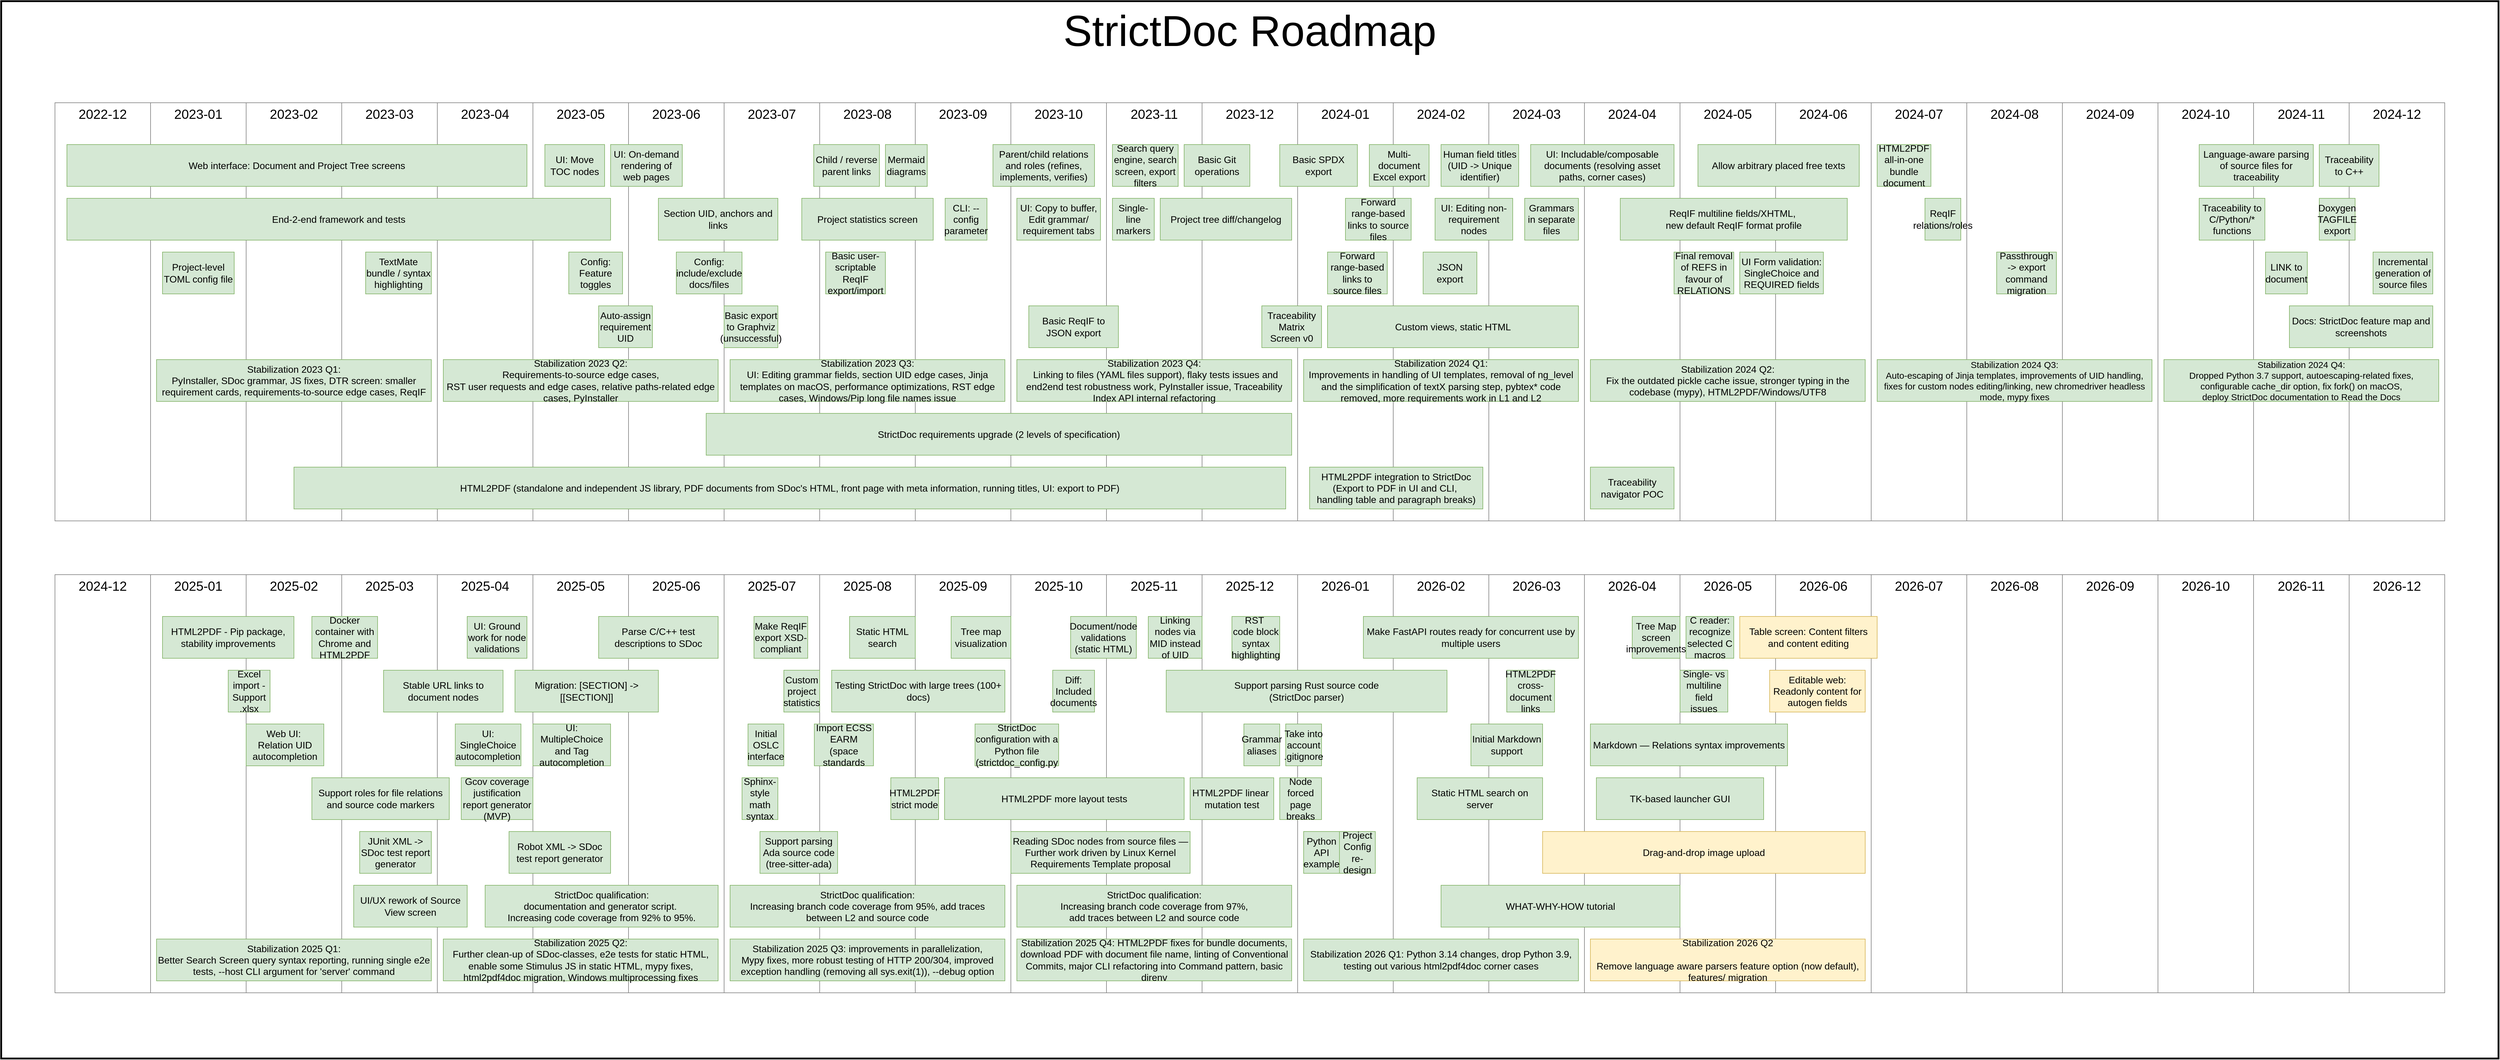
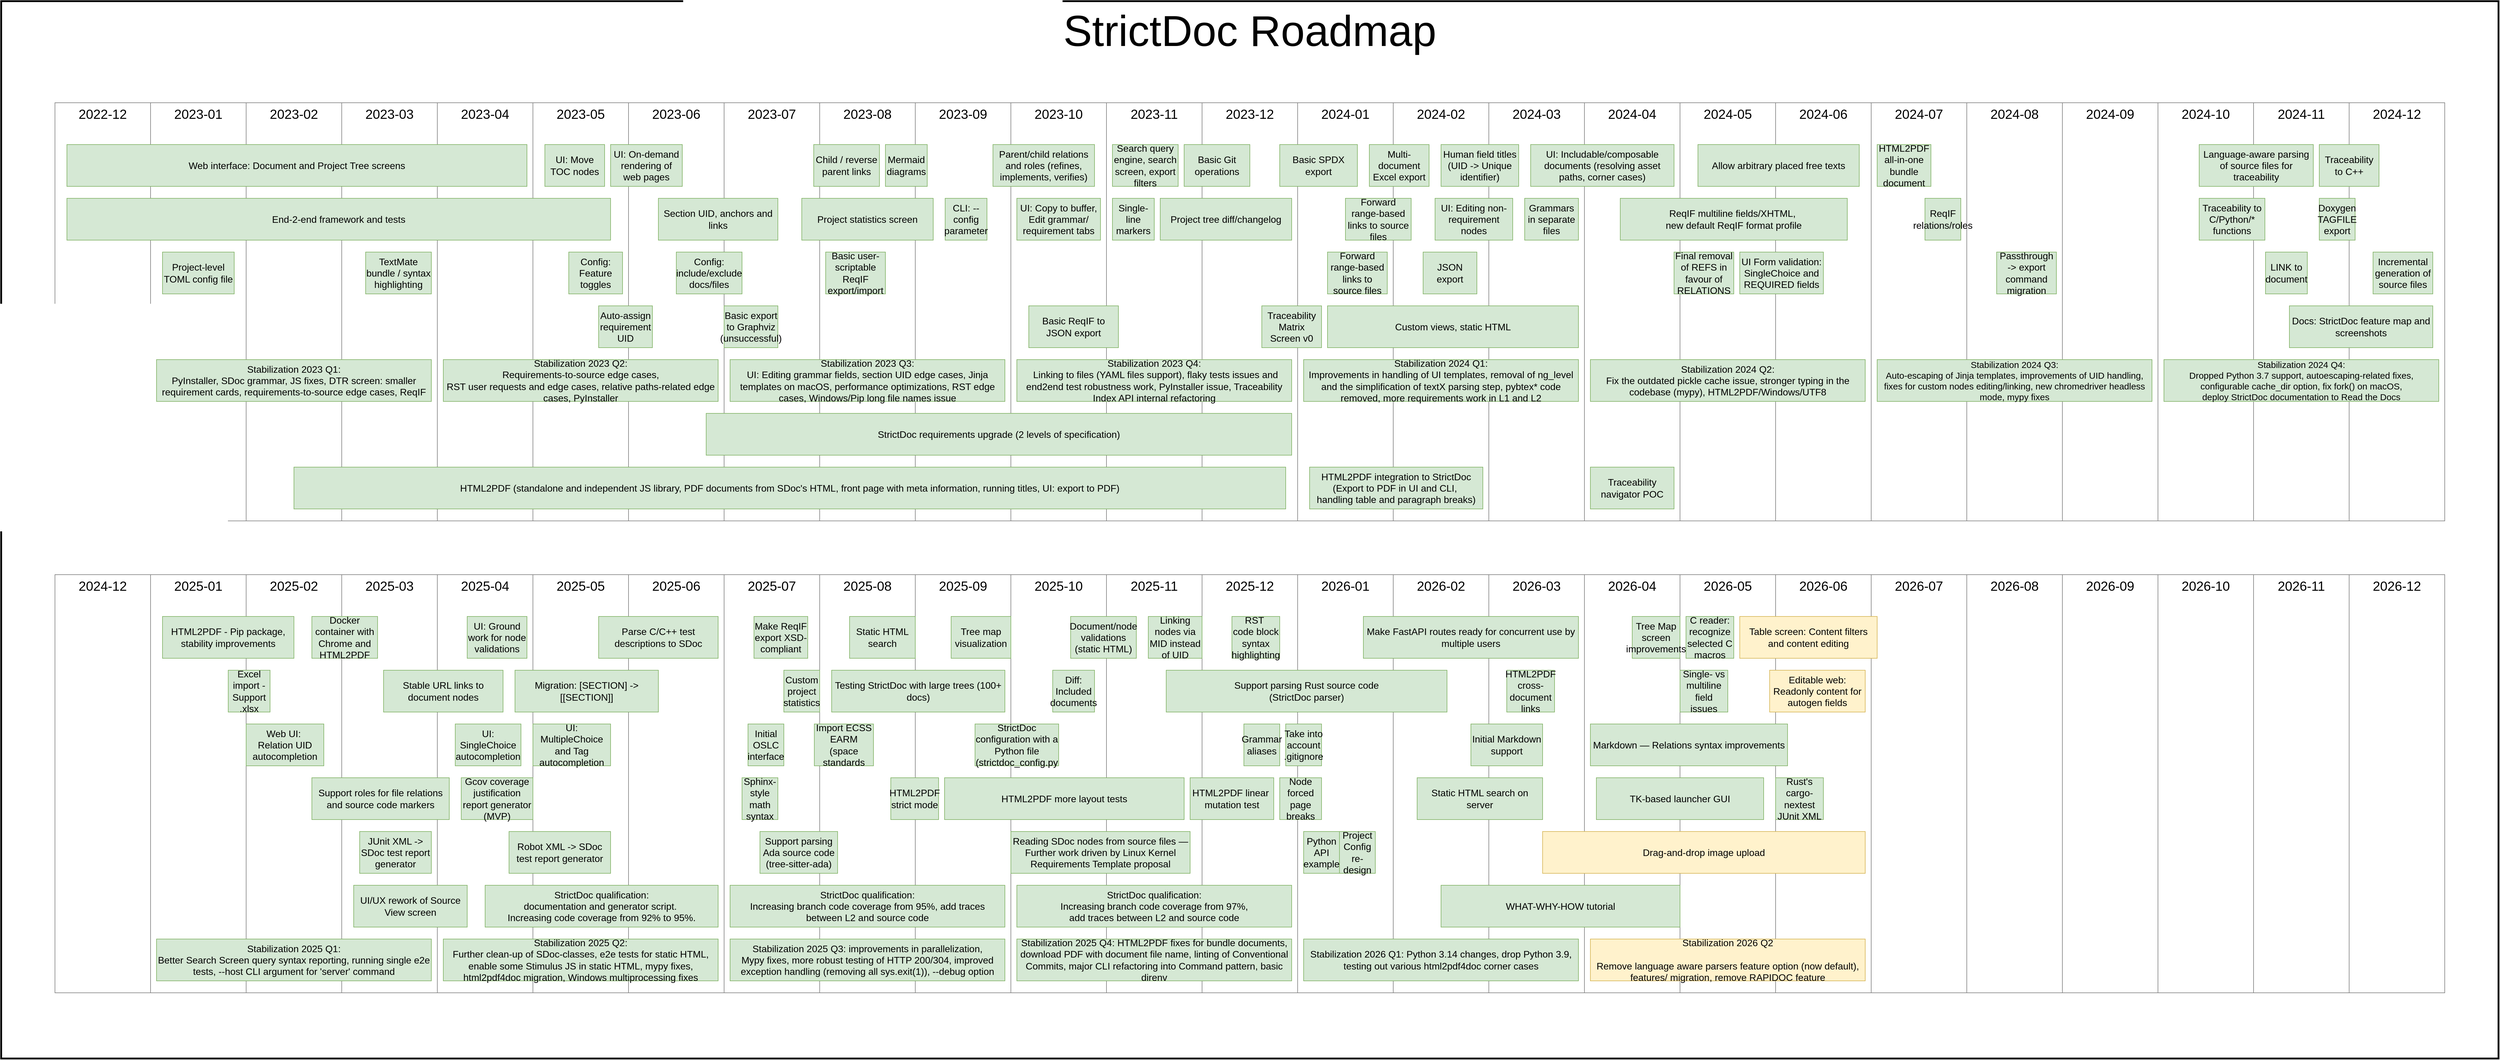
<mxfile host="Electron" agent="Mozilla/5.0 (X11; Linux x86_64) AppleWebKit/537.36 (KHTML, like Gecko) draw.io/28.2.5 Chrome/138.0.7204.251 Electron/37.6.1 Safari/537.36" version="28.2.5">
  <diagram name="Roadmap" id="QL4QDE5GQBR7DcBM7GMb">
-     <mxGraphModel dx="3219" dy="3873" grid="1" gridSize="10" guides="1" tooltips="1" connect="1" arrows="1" fold="1" page="1" pageScale="1" pageWidth="2339" pageHeight="3300" math="0" shadow="0">
+     <mxGraphModel dx="3850" dy="4237" grid="1" gridSize="10" guides="1" tooltips="1" connect="1" arrows="1" fold="1" page="1" pageScale="1" pageWidth="2339" pageHeight="3300" math="0" shadow="0">
      <root>
        <mxCell id="0" />
        <object label="Background" id="e4xbaoC47YMUbLc9hft--7">
          <mxCell style="" parent="0" />
        </object>
        <mxCell id="e4xbaoC47YMUbLc9hft--8" value="StrictDoc Roadmap" style="rounded=0;whiteSpace=wrap;html=1;verticalAlign=top;fontSize=72;strokeWidth=3;" parent="e4xbaoC47YMUbLc9hft--7" vertex="1">
          <mxGeometry x="-1450" y="-130" width="4180" height="1770" as="geometry" />
        </mxCell>
        <object label="Months" id="1">
          <mxCell style="locked=1;" parent="0" />
        </object>
        <mxCell id="5Hoejhb2v4ojji3GJ6aL-1" value="2023-09" style="rounded=0;whiteSpace=wrap;fontSize=22;verticalAlign=top;strokeColor=#808080;html=1;labelBorderColor=none;labelBackgroundColor=none;" parent="1" vertex="1">
          <mxGeometry x="80" y="40" width="160" height="700" as="geometry" />
        </mxCell>
        <mxCell id="5Hoejhb2v4ojji3GJ6aL-2" value="2023-10" style="rounded=0;whiteSpace=wrap;fontSize=22;verticalAlign=top;strokeColor=#808080;html=1;labelBorderColor=none;labelBackgroundColor=none;" parent="1" vertex="1">
          <mxGeometry x="240" y="40" width="160" height="700" as="geometry" />
        </mxCell>
        <mxCell id="5Hoejhb2v4ojji3GJ6aL-3" value="2023-11" style="rounded=0;whiteSpace=wrap;fontSize=22;verticalAlign=top;strokeColor=#808080;html=1;labelBorderColor=none;labelBackgroundColor=none;" parent="1" vertex="1">
          <mxGeometry x="400" y="40" width="160" height="700" as="geometry" />
        </mxCell>
        <mxCell id="5Hoejhb2v4ojji3GJ6aL-4" value="2023-12" style="rounded=0;whiteSpace=wrap;fontSize=22;verticalAlign=top;strokeColor=#808080;html=1;labelBorderColor=none;labelBackgroundColor=none;" parent="1" vertex="1">
          <mxGeometry x="560" y="40" width="160" height="700" as="geometry" />
        </mxCell>
        <mxCell id="5Hoejhb2v4ojji3GJ6aL-6" value="2023-08" style="rounded=0;whiteSpace=wrap;fontSize=22;verticalAlign=top;strokeColor=#808080;html=1;labelBorderColor=none;labelBackgroundColor=none;" parent="1" vertex="1">
          <mxGeometry x="-80" y="40" width="160" height="700" as="geometry" />
        </mxCell>
        <mxCell id="5Hoejhb2v4ojji3GJ6aL-7" value="2023-07" style="rounded=0;whiteSpace=wrap;fontSize=22;verticalAlign=top;strokeColor=#808080;html=1;labelBorderColor=none;labelBackgroundColor=none;" parent="1" vertex="1">
          <mxGeometry x="-240" y="40" width="160" height="700" as="geometry" />
        </mxCell>
        <mxCell id="5Hoejhb2v4ojji3GJ6aL-8" value="2023-06" style="rounded=0;whiteSpace=wrap;fontSize=22;verticalAlign=top;strokeColor=#808080;html=1;labelBorderColor=none;labelBackgroundColor=none;" parent="1" vertex="1">
          <mxGeometry x="-400" y="40" width="160" height="700" as="geometry" />
        </mxCell>
        <mxCell id="5Hoejhb2v4ojji3GJ6aL-9" value="2023-05" style="rounded=0;whiteSpace=wrap;fontSize=22;verticalAlign=top;strokeColor=#808080;html=1;labelBorderColor=none;labelBackgroundColor=none;" parent="1" vertex="1">
          <mxGeometry x="-560" y="40" width="160" height="700" as="geometry" />
        </mxCell>
        <mxCell id="5Hoejhb2v4ojji3GJ6aL-10" value="2023-04" style="rounded=0;whiteSpace=wrap;fontSize=22;verticalAlign=top;strokeColor=#808080;html=1;labelBorderColor=none;labelBackgroundColor=none;" parent="1" vertex="1">
          <mxGeometry x="-720" y="40" width="160" height="700" as="geometry" />
        </mxCell>
        <mxCell id="5Hoejhb2v4ojji3GJ6aL-11" value="2023-03" style="rounded=0;whiteSpace=wrap;fontSize=22;verticalAlign=top;strokeColor=#808080;html=1;labelBorderColor=none;labelBackgroundColor=none;" parent="1" vertex="1">
          <mxGeometry x="-880" y="40" width="160" height="700" as="geometry" />
        </mxCell>
        <mxCell id="5Hoejhb2v4ojji3GJ6aL-12" value="2023-02" style="rounded=0;whiteSpace=wrap;fontSize=22;verticalAlign=top;strokeColor=#808080;html=1;labelBorderColor=none;labelBackgroundColor=none;" parent="1" vertex="1">
          <mxGeometry x="-1040" y="40" width="160" height="700" as="geometry" />
        </mxCell>
        <mxCell id="5Hoejhb2v4ojji3GJ6aL-13" value="2023-01" style="rounded=0;whiteSpace=wrap;fontSize=22;verticalAlign=top;strokeColor=#808080;html=1;labelBorderColor=none;labelBackgroundColor=none;" parent="1" vertex="1">
          <mxGeometry x="-1200" y="40" width="160" height="700" as="geometry" />
        </mxCell>
        <mxCell id="5Hoejhb2v4ojji3GJ6aL-25" value="2024-01" style="rounded=0;whiteSpace=wrap;fontSize=22;verticalAlign=top;strokeColor=#808080;html=1;labelBorderColor=none;labelBackgroundColor=none;" parent="1" vertex="1">
          <mxGeometry x="720" y="40" width="160" height="700" as="geometry" />
        </mxCell>
        <mxCell id="5Hoejhb2v4ojji3GJ6aL-26" value="2024-02" style="rounded=0;whiteSpace=wrap;fontSize=22;verticalAlign=top;strokeColor=#808080;html=1;labelBorderColor=none;labelBackgroundColor=none;" parent="1" vertex="1">
          <mxGeometry x="880" y="40" width="160" height="700" as="geometry" />
        </mxCell>
        <mxCell id="5Hoejhb2v4ojji3GJ6aL-27" value="2024-03" style="rounded=0;whiteSpace=wrap;fontSize=22;verticalAlign=top;strokeColor=#808080;html=1;labelBorderColor=none;labelBackgroundColor=none;" parent="1" vertex="1">
          <mxGeometry x="1040" y="40" width="160" height="700" as="geometry" />
        </mxCell>
        <mxCell id="5Hoejhb2v4ojji3GJ6aL-30" value="2024-04" style="rounded=0;whiteSpace=wrap;fontSize=22;verticalAlign=top;strokeColor=#808080;html=1;labelBorderColor=none;labelBackgroundColor=none;" parent="1" vertex="1">
          <mxGeometry x="1200" y="40" width="160" height="700" as="geometry" />
        </mxCell>
        <mxCell id="5Hoejhb2v4ojji3GJ6aL-31" value="2024-05" style="rounded=0;whiteSpace=wrap;fontSize=22;verticalAlign=top;strokeColor=#808080;html=1;labelBorderColor=none;labelBackgroundColor=none;" parent="1" vertex="1">
          <mxGeometry x="1360" y="40" width="160" height="700" as="geometry" />
        </mxCell>
        <mxCell id="5Hoejhb2v4ojji3GJ6aL-32" value="2024-06" style="rounded=0;whiteSpace=wrap;fontSize=22;verticalAlign=top;strokeColor=#808080;html=1;labelBorderColor=none;labelBackgroundColor=none;" parent="1" vertex="1">
          <mxGeometry x="1520" y="40" width="160" height="700" as="geometry" />
        </mxCell>
        <mxCell id="5Hoejhb2v4ojji3GJ6aL-33" value="2024-07" style="rounded=0;whiteSpace=wrap;fontSize=22;verticalAlign=top;strokeColor=#808080;html=1;labelBorderColor=none;labelBackgroundColor=none;" parent="1" vertex="1">
          <mxGeometry x="1680" y="40" width="160" height="700" as="geometry" />
        </mxCell>
        <mxCell id="5Hoejhb2v4ojji3GJ6aL-34" value="2024-08" style="rounded=0;whiteSpace=wrap;fontSize=22;verticalAlign=top;strokeColor=#808080;html=1;labelBorderColor=none;labelBackgroundColor=none;" parent="1" vertex="1">
          <mxGeometry x="1840" y="40" width="160" height="700" as="geometry" />
        </mxCell>
        <mxCell id="5Hoejhb2v4ojji3GJ6aL-35" value="2024-09" style="rounded=0;whiteSpace=wrap;fontSize=22;verticalAlign=top;strokeColor=#808080;html=1;labelBorderColor=none;labelBackgroundColor=none;" parent="1" vertex="1">
          <mxGeometry x="2000" y="40" width="160" height="700" as="geometry" />
        </mxCell>
        <mxCell id="5Hoejhb2v4ojji3GJ6aL-36" value="2024-10" style="rounded=0;whiteSpace=wrap;fontSize=22;verticalAlign=top;strokeColor=#808080;html=1;labelBorderColor=none;labelBackgroundColor=none;" parent="1" vertex="1">
          <mxGeometry x="2160" y="40" width="160" height="700" as="geometry" />
        </mxCell>
        <mxCell id="5Hoejhb2v4ojji3GJ6aL-37" value="2024-11" style="rounded=0;whiteSpace=wrap;fontSize=22;verticalAlign=top;strokeColor=#808080;html=1;labelBorderColor=none;labelBackgroundColor=none;" parent="1" vertex="1">
          <mxGeometry x="2320" y="40" width="160" height="700" as="geometry" />
        </mxCell>
        <mxCell id="5Hoejhb2v4ojji3GJ6aL-38" value="2024-12" style="rounded=0;whiteSpace=wrap;fontSize=22;verticalAlign=top;strokeColor=#808080;html=1;labelBorderColor=none;labelBackgroundColor=none;" parent="1" vertex="1">
          <mxGeometry x="2480" y="40" width="160" height="700" as="geometry" />
        </mxCell>
        <mxCell id="5Hoejhb2v4ojji3GJ6aL-47" value="2022-12" style="rounded=0;whiteSpace=wrap;fontSize=22;verticalAlign=top;strokeColor=#808080;html=1;labelBorderColor=none;labelBackgroundColor=none;" parent="1" vertex="1">
          <mxGeometry x="-1360" y="40" width="160" height="700" as="geometry" />
        </mxCell>
        <mxCell id="vFR2ddkQemEW3wiGzv8y-28" value="2025-09" style="rounded=0;whiteSpace=wrap;fontSize=22;verticalAlign=top;strokeColor=#808080;html=1;labelBorderColor=none;labelBackgroundColor=none;" parent="1" vertex="1">
          <mxGeometry x="80" y="830" width="160" height="700" as="geometry" />
        </mxCell>
        <mxCell id="vFR2ddkQemEW3wiGzv8y-29" value="2025-10" style="rounded=0;whiteSpace=wrap;fontSize=22;verticalAlign=top;strokeColor=#808080;html=1;labelBorderColor=none;labelBackgroundColor=none;" parent="1" vertex="1">
          <mxGeometry x="240" y="830" width="160" height="700" as="geometry" />
        </mxCell>
        <mxCell id="vFR2ddkQemEW3wiGzv8y-30" value="2025-11" style="rounded=0;whiteSpace=wrap;fontSize=22;verticalAlign=top;strokeColor=#808080;html=1;labelBorderColor=none;labelBackgroundColor=none;" parent="1" vertex="1">
          <mxGeometry x="400" y="830" width="160" height="700" as="geometry" />
        </mxCell>
        <mxCell id="vFR2ddkQemEW3wiGzv8y-31" value="2025-12" style="rounded=0;whiteSpace=wrap;fontSize=22;verticalAlign=top;strokeColor=#808080;html=1;labelBorderColor=none;labelBackgroundColor=none;" parent="1" vertex="1">
          <mxGeometry x="560" y="830" width="160" height="700" as="geometry" />
        </mxCell>
        <mxCell id="vFR2ddkQemEW3wiGzv8y-32" value="2025-08" style="rounded=0;whiteSpace=wrap;fontSize=22;verticalAlign=top;strokeColor=#808080;html=1;labelBorderColor=none;labelBackgroundColor=none;" parent="1" vertex="1">
          <mxGeometry x="-80" y="830" width="160" height="700" as="geometry" />
        </mxCell>
        <mxCell id="vFR2ddkQemEW3wiGzv8y-33" value="2025-07" style="rounded=0;whiteSpace=wrap;fontSize=22;verticalAlign=top;strokeColor=#808080;html=1;labelBorderColor=none;labelBackgroundColor=none;" parent="1" vertex="1">
          <mxGeometry x="-240" y="830" width="160" height="700" as="geometry" />
        </mxCell>
        <mxCell id="vFR2ddkQemEW3wiGzv8y-34" value="2025-06" style="rounded=0;whiteSpace=wrap;fontSize=22;verticalAlign=top;strokeColor=#808080;html=1;labelBorderColor=none;labelBackgroundColor=none;" parent="1" vertex="1">
          <mxGeometry x="-400" y="830" width="160" height="700" as="geometry" />
        </mxCell>
        <mxCell id="vFR2ddkQemEW3wiGzv8y-35" value="2025-05" style="rounded=0;whiteSpace=wrap;fontSize=22;verticalAlign=top;strokeColor=#808080;html=1;labelBorderColor=none;labelBackgroundColor=none;" parent="1" vertex="1">
          <mxGeometry x="-560" y="830" width="160" height="700" as="geometry" />
        </mxCell>
        <mxCell id="vFR2ddkQemEW3wiGzv8y-36" value="2025-04" style="rounded=0;whiteSpace=wrap;fontSize=22;verticalAlign=top;strokeColor=#808080;html=1;labelBorderColor=none;labelBackgroundColor=none;" parent="1" vertex="1">
          <mxGeometry x="-720" y="830" width="160" height="700" as="geometry" />
        </mxCell>
        <mxCell id="vFR2ddkQemEW3wiGzv8y-37" value="2025-03" style="rounded=0;whiteSpace=wrap;fontSize=22;verticalAlign=top;strokeColor=#808080;html=1;labelBorderColor=none;labelBackgroundColor=none;" parent="1" vertex="1">
          <mxGeometry x="-880" y="830" width="160" height="700" as="geometry" />
        </mxCell>
        <mxCell id="vFR2ddkQemEW3wiGzv8y-38" value="2025-02" style="rounded=0;whiteSpace=wrap;fontSize=22;verticalAlign=top;strokeColor=#808080;html=1;labelBorderColor=none;labelBackgroundColor=none;" parent="1" vertex="1">
          <mxGeometry x="-1040" y="830" width="160" height="700" as="geometry" />
        </mxCell>
        <mxCell id="vFR2ddkQemEW3wiGzv8y-39" value="2025-01" style="rounded=0;whiteSpace=wrap;fontSize=22;verticalAlign=top;strokeColor=#808080;html=1;labelBorderColor=none;labelBackgroundColor=none;" parent="1" vertex="1">
          <mxGeometry x="-1200" y="830" width="160" height="700" as="geometry" />
        </mxCell>
        <mxCell id="vFR2ddkQemEW3wiGzv8y-40" value="2026-01" style="rounded=0;whiteSpace=wrap;fontSize=22;verticalAlign=top;strokeColor=#808080;html=1;labelBorderColor=none;labelBackgroundColor=none;" parent="1" vertex="1">
          <mxGeometry x="720" y="830" width="160" height="700" as="geometry" />
        </mxCell>
        <mxCell id="vFR2ddkQemEW3wiGzv8y-41" value="2026-02" style="rounded=0;whiteSpace=wrap;fontSize=22;verticalAlign=top;strokeColor=#808080;html=1;labelBorderColor=none;labelBackgroundColor=none;" parent="1" vertex="1">
          <mxGeometry x="880" y="830" width="160" height="700" as="geometry" />
        </mxCell>
        <mxCell id="vFR2ddkQemEW3wiGzv8y-42" value="2026-03" style="rounded=0;whiteSpace=wrap;fontSize=22;verticalAlign=top;strokeColor=#808080;html=1;labelBorderColor=none;labelBackgroundColor=none;" parent="1" vertex="1">
          <mxGeometry x="1040" y="830" width="160" height="700" as="geometry" />
        </mxCell>
        <mxCell id="vFR2ddkQemEW3wiGzv8y-43" value="2026-04" style="rounded=0;whiteSpace=wrap;fontSize=22;verticalAlign=top;strokeColor=#808080;html=1;labelBorderColor=none;labelBackgroundColor=none;" parent="1" vertex="1">
          <mxGeometry x="1200" y="830" width="160" height="700" as="geometry" />
        </mxCell>
        <mxCell id="vFR2ddkQemEW3wiGzv8y-44" value="2026-05" style="rounded=0;whiteSpace=wrap;fontSize=22;verticalAlign=top;strokeColor=#808080;html=1;labelBorderColor=none;labelBackgroundColor=none;" parent="1" vertex="1">
          <mxGeometry x="1360" y="830" width="160" height="700" as="geometry" />
        </mxCell>
        <mxCell id="vFR2ddkQemEW3wiGzv8y-45" value="2026-06" style="rounded=0;whiteSpace=wrap;fontSize=22;verticalAlign=top;strokeColor=#808080;html=1;labelBorderColor=none;labelBackgroundColor=none;" parent="1" vertex="1">
          <mxGeometry x="1520" y="830" width="160" height="700" as="geometry" />
        </mxCell>
        <mxCell id="vFR2ddkQemEW3wiGzv8y-46" value="2026-07" style="rounded=0;whiteSpace=wrap;fontSize=22;verticalAlign=top;strokeColor=#808080;html=1;labelBorderColor=none;labelBackgroundColor=none;" parent="1" vertex="1">
          <mxGeometry x="1680" y="830" width="160" height="700" as="geometry" />
        </mxCell>
        <mxCell id="vFR2ddkQemEW3wiGzv8y-47" value="2026-08" style="rounded=0;whiteSpace=wrap;fontSize=22;verticalAlign=top;strokeColor=#808080;html=1;labelBorderColor=none;labelBackgroundColor=none;" parent="1" vertex="1">
          <mxGeometry x="1840" y="830" width="160" height="700" as="geometry" />
        </mxCell>
        <mxCell id="vFR2ddkQemEW3wiGzv8y-48" value="2026-09" style="rounded=0;whiteSpace=wrap;fontSize=22;verticalAlign=top;strokeColor=#808080;html=1;labelBorderColor=none;labelBackgroundColor=none;" parent="1" vertex="1">
          <mxGeometry x="2000" y="830" width="160" height="700" as="geometry" />
        </mxCell>
        <mxCell id="vFR2ddkQemEW3wiGzv8y-49" value="2026-10" style="rounded=0;whiteSpace=wrap;fontSize=22;verticalAlign=top;strokeColor=#808080;html=1;labelBorderColor=none;labelBackgroundColor=none;" parent="1" vertex="1">
          <mxGeometry x="2160" y="830" width="160" height="700" as="geometry" />
        </mxCell>
        <mxCell id="vFR2ddkQemEW3wiGzv8y-50" value="2026-11" style="rounded=0;whiteSpace=wrap;fontSize=22;verticalAlign=top;strokeColor=#808080;html=1;labelBorderColor=none;labelBackgroundColor=none;" parent="1" vertex="1">
          <mxGeometry x="2320" y="830" width="160" height="700" as="geometry" />
        </mxCell>
        <mxCell id="vFR2ddkQemEW3wiGzv8y-51" value="2026-12" style="rounded=0;whiteSpace=wrap;fontSize=22;verticalAlign=top;strokeColor=#808080;html=1;labelBorderColor=none;labelBackgroundColor=none;" parent="1" vertex="1">
          <mxGeometry x="2480" y="830" width="160" height="700" as="geometry" />
        </mxCell>
        <mxCell id="vFR2ddkQemEW3wiGzv8y-52" value="2024-12" style="rounded=0;whiteSpace=wrap;fontSize=22;verticalAlign=top;strokeColor=#808080;html=1;labelBorderColor=none;labelBackgroundColor=none;" parent="1" vertex="1">
          <mxGeometry x="-1360" y="830" width="160" height="700" as="geometry" />
        </mxCell>
        <object label="Clusters" id="5Hoejhb2v4ojji3GJ6aL-50">
          <mxCell style="locked=1;" parent="0" />
        </object>
        <object label="Figures" id="5Hoejhb2v4ojji3GJ6aL-5">
          <mxCell style="" parent="0" />
        </object>
        <mxCell id="5Hoejhb2v4ojji3GJ6aL-21" value="Child / reverse parent links" style="text;html=1;strokeColor=#82b366;fillColor=#d5e8d4;align=center;verticalAlign=middle;whiteSpace=wrap;rounded=0;fontStyle=0;fontSize=16;" parent="5Hoejhb2v4ojji3GJ6aL-5" vertex="1">
          <mxGeometry x="-90" y="110" width="110" height="70" as="geometry" />
        </mxCell>
        <mxCell id="5Hoejhb2v4ojji3GJ6aL-39" value="Section UID, anchors and links" style="text;html=1;strokeColor=#82b366;fillColor=#d5e8d4;align=center;verticalAlign=middle;whiteSpace=wrap;rounded=0;fontStyle=0;fontSize=16;" parent="5Hoejhb2v4ojji3GJ6aL-5" vertex="1">
          <mxGeometry x="-350" y="200" width="200" height="70" as="geometry" />
        </mxCell>
        <mxCell id="5Hoejhb2v4ojji3GJ6aL-40" value="Auto-assign requirement UID" style="text;html=1;strokeColor=#82b366;fillColor=#d5e8d4;align=center;verticalAlign=middle;whiteSpace=wrap;rounded=0;fontStyle=0;fontSize=16;" parent="5Hoejhb2v4ojji3GJ6aL-5" vertex="1">
          <mxGeometry x="-450" y="380" width="90" height="70" as="geometry" />
        </mxCell>
        <mxCell id="5Hoejhb2v4ojji3GJ6aL-42" value="TextMate bundle / syntax highlighting" style="text;html=1;strokeColor=#82b366;fillColor=#d5e8d4;align=center;verticalAlign=middle;whiteSpace=wrap;rounded=0;fontStyle=0;fontSize=16;" parent="5Hoejhb2v4ojji3GJ6aL-5" vertex="1">
          <mxGeometry x="-840" y="290" width="110" height="70" as="geometry" />
        </mxCell>
        <mxCell id="5Hoejhb2v4ojji3GJ6aL-14" value="Project statistics screen" style="text;html=1;strokeColor=#82b366;fillColor=#d5e8d4;align=center;verticalAlign=middle;whiteSpace=wrap;rounded=0;fontStyle=0;fontSize=16;" parent="5Hoejhb2v4ojji3GJ6aL-5" vertex="1">
          <mxGeometry x="-110" y="200" width="220" height="70" as="geometry" />
        </mxCell>
        <mxCell id="5Hoejhb2v4ojji3GJ6aL-15" value="HTML2PDF (standalone and independent JS library, PDF documents from SDoc&#39;s HTML, front page with meta information, running titles, UI: export to PDF)" style="text;html=1;strokeColor=#82b366;fillColor=#d5e8d4;align=center;verticalAlign=middle;whiteSpace=wrap;rounded=0;fontStyle=0;fontSize=16;" parent="5Hoejhb2v4ojji3GJ6aL-5" vertex="1">
          <mxGeometry x="-960" y="650" width="1660" height="70" as="geometry" />
        </mxCell>
        <mxCell id="5Hoejhb2v4ojji3GJ6aL-17" value="&lt;font color=&quot;#000000&quot;&gt;Traceability&lt;/font&gt;&lt;font color=&quot;#000000&quot;&gt; Matrix Screen v0&lt;br&gt;&lt;/font&gt;" style="text;html=1;strokeColor=#82b366;fillColor=#d5e8d4;align=center;verticalAlign=middle;whiteSpace=wrap;rounded=0;fontStyle=0;fontSize=16;" parent="5Hoejhb2v4ojji3GJ6aL-5" vertex="1">
          <mxGeometry x="660" y="380" width="100" height="70" as="geometry" />
        </mxCell>
        <mxCell id="5Hoejhb2v4ojji3GJ6aL-19" value="Basic user-scriptable ReqIF export/import" style="text;html=1;strokeColor=#82b366;fillColor=#d5e8d4;align=center;verticalAlign=middle;whiteSpace=wrap;rounded=0;fontStyle=0;fontSize=16;" parent="5Hoejhb2v4ojji3GJ6aL-5" vertex="1">
          <mxGeometry x="-70" y="290" width="100" height="70" as="geometry" />
        </mxCell>
        <mxCell id="5Hoejhb2v4ojji3GJ6aL-23" value="CLI: --config parameter" style="text;html=1;strokeColor=#82b366;fillColor=#d5e8d4;align=center;verticalAlign=middle;whiteSpace=wrap;rounded=0;fontStyle=0;fontSize=16;" parent="5Hoejhb2v4ojji3GJ6aL-5" vertex="1">
          <mxGeometry x="130" y="200" width="70" height="70" as="geometry" />
        </mxCell>
        <mxCell id="5Hoejhb2v4ojji3GJ6aL-43" value="StrictDoc requirements upgrade (2 levels of specification)" style="text;html=1;strokeColor=#82b366;fillColor=#d5e8d4;align=center;verticalAlign=middle;whiteSpace=wrap;rounded=0;fontStyle=0;fontSize=16;" parent="5Hoejhb2v4ojji3GJ6aL-5" vertex="1">
          <mxGeometry x="-270" y="560" width="980" height="70" as="geometry" />
        </mxCell>
        <mxCell id="5Hoejhb2v4ojji3GJ6aL-45" value="&lt;font color=&quot;#000000&quot;&gt;Basic SPDX export&lt;br&gt;&lt;/font&gt;" style="text;html=1;strokeColor=#82b366;fillColor=#d5e8d4;align=center;verticalAlign=middle;whiteSpace=wrap;rounded=0;fontStyle=0;fontSize=16;" parent="5Hoejhb2v4ojji3GJ6aL-5" vertex="1">
          <mxGeometry x="690" y="110" width="130" height="70" as="geometry" />
        </mxCell>
        <mxCell id="5Hoejhb2v4ojji3GJ6aL-48" value="Web interface: Document and Project Tree screens" style="text;html=1;strokeColor=#82b366;fillColor=#d5e8d4;align=center;verticalAlign=middle;whiteSpace=wrap;rounded=0;fontStyle=0;fontSize=16;" parent="5Hoejhb2v4ojji3GJ6aL-5" vertex="1">
          <mxGeometry x="-1340" y="110" width="770" height="70" as="geometry" />
        </mxCell>
        <mxCell id="5Hoejhb2v4ojji3GJ6aL-51" value="End-2-end framework and tests" style="text;html=1;strokeColor=#82b366;fillColor=#d5e8d4;align=center;verticalAlign=middle;whiteSpace=wrap;rounded=0;fontStyle=0;fontSize=16;" parent="5Hoejhb2v4ojji3GJ6aL-5" vertex="1">
          <mxGeometry x="-1340" y="200" width="910" height="70" as="geometry" />
        </mxCell>
        <mxCell id="5Hoejhb2v4ojji3GJ6aL-52" value="&lt;div&gt;UI: On-demand rendering of web pages&lt;/div&gt;" style="text;html=1;strokeColor=#82b366;fillColor=#d5e8d4;align=center;verticalAlign=middle;whiteSpace=wrap;rounded=0;fontStyle=0;fontSize=16;" parent="5Hoejhb2v4ojji3GJ6aL-5" vertex="1">
          <mxGeometry x="-430" y="110" width="120" height="70" as="geometry" />
        </mxCell>
        <mxCell id="5Hoejhb2v4ojji3GJ6aL-53" value="UI: Move TOC nodes" style="text;html=1;strokeColor=#82b366;fillColor=#d5e8d4;align=center;verticalAlign=middle;whiteSpace=wrap;rounded=0;fontStyle=0;fontSize=16;" parent="5Hoejhb2v4ojji3GJ6aL-5" vertex="1">
          <mxGeometry x="-540" y="110" width="100" height="70" as="geometry" />
        </mxCell>
        <mxCell id="5Hoejhb2v4ojji3GJ6aL-54" value="Project-level TOML config file" style="text;html=1;strokeColor=#82b366;fillColor=#d5e8d4;align=center;verticalAlign=middle;whiteSpace=wrap;rounded=0;fontStyle=0;fontSize=16;" parent="5Hoejhb2v4ojji3GJ6aL-5" vertex="1">
          <mxGeometry x="-1180" y="290" width="120" height="70" as="geometry" />
        </mxCell>
        <mxCell id="e4xbaoC47YMUbLc9hft--1" value="Config: Feature toggles" style="text;html=1;strokeColor=#82b366;fillColor=#d5e8d4;align=center;verticalAlign=middle;whiteSpace=wrap;rounded=0;fontStyle=0;fontSize=16;" parent="5Hoejhb2v4ojji3GJ6aL-5" vertex="1">
          <mxGeometry x="-500" y="290" width="90" height="70" as="geometry" />
        </mxCell>
        <mxCell id="e4xbaoC47YMUbLc9hft--2" value="&lt;div&gt;Stabilization 2023 Q1:&lt;br&gt;&lt;/div&gt;&lt;div&gt;PyInstaller, SDoc grammar, JS fixes, DTR screen: smaller requirement cards, requirements-to-source edge cases, ReqIF&lt;/div&gt;" style="text;html=1;strokeColor=#82b366;fillColor=#d5e8d4;align=center;verticalAlign=middle;whiteSpace=wrap;rounded=0;fontStyle=0;fontSize=16;" parent="5Hoejhb2v4ojji3GJ6aL-5" vertex="1">
          <mxGeometry x="-1190" y="470" width="460" height="70" as="geometry" />
        </mxCell>
        <mxCell id="e4xbaoC47YMUbLc9hft--3" value="&lt;div&gt;Stabilization 2023 Q2:&lt;br&gt;&lt;/div&gt;&lt;div&gt;Requirements-to-source edge cases, &lt;br&gt;&lt;/div&gt;RST user requests and edge cases, relative paths-related edge cases, PyInstaller" style="text;html=1;strokeColor=#82b366;fillColor=#d5e8d4;align=center;verticalAlign=middle;whiteSpace=wrap;rounded=0;fontStyle=0;fontSize=16;" parent="5Hoejhb2v4ojji3GJ6aL-5" vertex="1">
          <mxGeometry x="-710" y="470" width="460" height="70" as="geometry" />
        </mxCell>
        <mxCell id="e4xbaoC47YMUbLc9hft--4" value="Config: include/exclude docs/files" style="text;html=1;strokeColor=#82b366;fillColor=#d5e8d4;align=center;verticalAlign=middle;whiteSpace=wrap;rounded=0;fontStyle=0;fontSize=16;" parent="5Hoejhb2v4ojji3GJ6aL-5" vertex="1">
          <mxGeometry x="-320" y="290" width="110" height="70" as="geometry" />
        </mxCell>
        <mxCell id="e4xbaoC47YMUbLc9hft--5" value="&lt;div&gt;Stabilization 2023 Q3:&lt;br&gt;&lt;/div&gt;UI: Editing grammar fields, section UID edge cases, Jinja templates on macOS, performance optimizations, RST edge cases, Windows/Pip long file names issue" style="text;html=1;strokeColor=#82b366;fillColor=#d5e8d4;align=center;verticalAlign=middle;whiteSpace=wrap;rounded=0;fontStyle=0;fontSize=16;" parent="5Hoejhb2v4ojji3GJ6aL-5" vertex="1">
          <mxGeometry x="-230" y="470" width="460" height="70" as="geometry" />
        </mxCell>
        <mxCell id="e4xbaoC47YMUbLc9hft--9" value="&lt;div&gt;Mermaid&lt;/div&gt;&lt;div&gt;diagrams&lt;/div&gt;" style="text;html=1;strokeColor=#82b366;fillColor=#d5e8d4;align=center;verticalAlign=middle;whiteSpace=wrap;rounded=0;fontStyle=0;fontSize=16;" parent="5Hoejhb2v4ojji3GJ6aL-5" vertex="1">
          <mxGeometry x="30" y="110" width="70" height="70" as="geometry" />
        </mxCell>
        <mxCell id="e4xbaoC47YMUbLc9hft--18" value="&lt;div&gt;Stabilization 2023 Q4:&lt;/div&gt;&lt;div&gt;&amp;nbsp;Linking to files (YAML files support), flaky tests issues and end2end test robustness work, PyInstaller issue, Traceability Index API internal refactoring&lt;br&gt;&lt;/div&gt;" style="text;html=1;strokeColor=#82b366;fillColor=#d5e8d4;align=center;verticalAlign=middle;whiteSpace=wrap;rounded=0;fontStyle=0;fontSize=16;" parent="5Hoejhb2v4ojji3GJ6aL-5" vertex="1">
          <mxGeometry x="250" y="470" width="460" height="70" as="geometry" />
        </mxCell>
        <mxCell id="ZHUxJVqyrOpv6eid2pWU-1" value="Parent/child relations and roles (refines, implements, verifies)" style="text;html=1;strokeColor=#82b366;fillColor=#d5e8d4;align=center;verticalAlign=middle;whiteSpace=wrap;rounded=0;fontStyle=0;fontSize=16;" parent="5Hoejhb2v4ojji3GJ6aL-5" vertex="1">
          <mxGeometry x="210" y="110" width="170" height="70" as="geometry" />
        </mxCell>
        <mxCell id="ZHUxJVqyrOpv6eid2pWU-2" value="Basic ReqIF to JSON export" style="text;html=1;strokeColor=#82b366;fillColor=#d5e8d4;align=center;verticalAlign=middle;whiteSpace=wrap;rounded=0;fontStyle=0;fontSize=16;" parent="5Hoejhb2v4ojji3GJ6aL-5" vertex="1">
          <mxGeometry x="270" y="380" width="150" height="70" as="geometry" />
        </mxCell>
        <mxCell id="k8s1h_Z_zSzXEBWhGtG7-1" value="&lt;div&gt;UI: Copy to buffer, Edit grammar/&lt;/div&gt;&lt;div&gt;requirement tabs&lt;br&gt;&lt;/div&gt;" style="text;html=1;strokeColor=#82b366;fillColor=#d5e8d4;align=center;verticalAlign=middle;whiteSpace=wrap;rounded=0;fontStyle=0;fontSize=16;" parent="5Hoejhb2v4ojji3GJ6aL-5" vertex="1">
          <mxGeometry x="250" y="200" width="140" height="70" as="geometry" />
        </mxCell>
        <mxCell id="5td-1cRUoRHkrHs212uj-1" value="Search query engine, search screen, export filters" style="text;html=1;strokeColor=#82b366;fillColor=#d5e8d4;align=center;verticalAlign=middle;whiteSpace=wrap;rounded=0;fontStyle=0;fontSize=16;" parent="5Hoejhb2v4ojji3GJ6aL-5" vertex="1">
          <mxGeometry x="410" y="110" width="110" height="70" as="geometry" />
        </mxCell>
        <mxCell id="5td-1cRUoRHkrHs212uj-2" value="Single-line markers" style="text;html=1;strokeColor=#82b366;fillColor=#d5e8d4;align=center;verticalAlign=middle;whiteSpace=wrap;rounded=0;fontStyle=0;fontSize=16;" parent="5Hoejhb2v4ojji3GJ6aL-5" vertex="1">
          <mxGeometry x="410" y="200" width="70" height="70" as="geometry" />
        </mxCell>
        <mxCell id="bzxhuAx1fFq9lgteCzhm-1" value="&lt;font color=&quot;#000000&quot;&gt;Project tree diff/changelog&lt;/font&gt;" style="text;html=1;strokeColor=#82b366;fillColor=#d5e8d4;align=center;verticalAlign=middle;whiteSpace=wrap;rounded=0;fontStyle=0;fontSize=16;" parent="5Hoejhb2v4ojji3GJ6aL-5" vertex="1">
          <mxGeometry x="490" y="200" width="220" height="70" as="geometry" />
        </mxCell>
        <mxCell id="xoYxP1hTg36p0s3yFHkj-1" value="Docs: StrictDoc feature map and screenshots" style="text;html=1;strokeColor=#82b366;fillColor=#d5e8d4;align=center;verticalAlign=middle;whiteSpace=wrap;rounded=0;fontStyle=0;fontSize=16;" parent="5Hoejhb2v4ojji3GJ6aL-5" vertex="1">
          <mxGeometry x="2380" y="380" width="240" height="70" as="geometry" />
        </mxCell>
        <mxCell id="xoYxP1hTg36p0s3yFHkj-2" value="&lt;font color=&quot;#000000&quot;&gt;Traceability navigator POC&lt;br&gt;&lt;/font&gt;" style="text;html=1;align=center;verticalAlign=middle;whiteSpace=wrap;rounded=0;fontStyle=0;fontSize=16;fillColor=#d5e8d4;strokeColor=#82b366;" parent="5Hoejhb2v4ojji3GJ6aL-5" vertex="1">
          <mxGeometry x="1210" y="650" width="140" height="70" as="geometry" />
        </mxCell>
        <mxCell id="xoYxP1hTg36p0s3yFHkj-6" value="&lt;font color=&quot;#000000&quot;&gt;UI: Editing non-requirement nodes&lt;/font&gt;" style="text;html=1;strokeColor=#82b366;fillColor=#d5e8d4;align=center;verticalAlign=middle;whiteSpace=wrap;rounded=0;fontStyle=0;fontSize=16;" parent="5Hoejhb2v4ojji3GJ6aL-5" vertex="1">
          <mxGeometry x="950" y="200" width="130" height="70" as="geometry" />
        </mxCell>
        <mxCell id="xoYxP1hTg36p0s3yFHkj-7" value="Basic Git operations" style="text;html=1;strokeColor=#82b366;fillColor=#d5e8d4;align=center;verticalAlign=middle;whiteSpace=wrap;rounded=0;fontStyle=0;fontSize=16;" parent="5Hoejhb2v4ojji3GJ6aL-5" vertex="1">
          <mxGeometry x="530" y="110" width="110" height="70" as="geometry" />
        </mxCell>
        <mxCell id="fWdrbh18M2HJ4tMojr6s-1" value="&lt;font color=&quot;#000000&quot;&gt;Allow arbitrary placed free texts&lt;/font&gt;" style="text;html=1;strokeColor=#82b366;fillColor=#d5e8d4;align=center;verticalAlign=middle;whiteSpace=wrap;rounded=0;fontStyle=0;fontSize=16;" parent="5Hoejhb2v4ojji3GJ6aL-5" vertex="1">
          <mxGeometry x="1390" y="110" width="270" height="70" as="geometry" />
        </mxCell>
        <mxCell id="fWdrbh18M2HJ4tMojr6s-2" value="Basic export to Graphviz (unsuccessful)" style="text;html=1;strokeColor=#82b366;fillColor=#d5e8d4;align=center;verticalAlign=middle;whiteSpace=wrap;rounded=0;fontStyle=0;fontSize=16;" parent="5Hoejhb2v4ojji3GJ6aL-5" vertex="1">
          <mxGeometry x="-240" y="380" width="90" height="70" as="geometry" />
        </mxCell>
        <mxCell id="YCubefTHywfSa6VliQcR-1" value="Forward range-based links to source files" style="text;html=1;strokeColor=#82b366;fillColor=#d5e8d4;align=center;verticalAlign=middle;whiteSpace=wrap;rounded=0;fontStyle=0;fontSize=16;" parent="5Hoejhb2v4ojji3GJ6aL-5" vertex="1">
          <mxGeometry x="770" y="290" width="100" height="70" as="geometry" />
        </mxCell>
        <mxCell id="YCubefTHywfSa6VliQcR-2" value="&lt;font color=&quot;#000000&quot;&gt;Custom views&lt;/font&gt;, static HTML" style="text;html=1;strokeColor=#82b366;fillColor=#d5e8d4;align=center;verticalAlign=middle;whiteSpace=wrap;rounded=0;fontStyle=0;fontSize=16;" parent="5Hoejhb2v4ojji3GJ6aL-5" vertex="1">
          <mxGeometry x="770" y="380" width="420" height="70" as="geometry" />
        </mxCell>
        <mxCell id="YCubefTHywfSa6VliQcR-3" value="&lt;div&gt;HTML2PDF integration to StrictDoc (Export to PDF in UI and CLI,&amp;nbsp;&lt;/div&gt;&lt;div&gt;handling table and paragraph breaks)&lt;/div&gt;" style="text;html=1;strokeColor=#82b366;fillColor=#d5e8d4;align=center;verticalAlign=middle;whiteSpace=wrap;rounded=0;fontStyle=0;fontSize=16;" parent="5Hoejhb2v4ojji3GJ6aL-5" vertex="1">
          <mxGeometry x="740" y="650" width="290" height="70" as="geometry" />
        </mxCell>
        <mxCell id="q5IPKXtHMBc3mqMKsgA0-1" value="&lt;font color=&quot;#000000&quot;&gt;Grammars in separate files&lt;br&gt;&lt;/font&gt;" style="text;html=1;strokeColor=#82b366;fillColor=#d5e8d4;align=center;verticalAlign=middle;whiteSpace=wrap;rounded=0;fontStyle=0;fontSize=16;" parent="5Hoejhb2v4ojji3GJ6aL-5" vertex="1">
          <mxGeometry x="1100" y="200" width="90" height="70" as="geometry" />
        </mxCell>
        <mxCell id="q5IPKXtHMBc3mqMKsgA0-2" value="&lt;div&gt;Human field titles&lt;/div&gt;&lt;div&gt;(UID -&amp;gt; Unique identifier)&lt;br&gt;&lt;/div&gt;" style="text;html=1;strokeColor=#82b366;fillColor=#d5e8d4;align=center;verticalAlign=middle;whiteSpace=wrap;rounded=0;fontStyle=0;fontSize=16;" parent="5Hoejhb2v4ojji3GJ6aL-5" vertex="1">
          <mxGeometry x="960" y="110" width="130" height="70" as="geometry" />
        </mxCell>
        <mxCell id="q5IPKXtHMBc3mqMKsgA0-3" value="JSON export" style="text;html=1;strokeColor=#82b366;fillColor=#d5e8d4;align=center;verticalAlign=middle;whiteSpace=wrap;rounded=0;fontStyle=0;fontSize=16;" parent="5Hoejhb2v4ojji3GJ6aL-5" vertex="1">
          <mxGeometry x="930" y="290" width="90" height="70" as="geometry" />
        </mxCell>
        <mxCell id="q5IPKXtHMBc3mqMKsgA0-4" value="Forward range-based links to source files" style="text;html=1;strokeColor=#82b366;fillColor=#d5e8d4;align=center;verticalAlign=middle;whiteSpace=wrap;rounded=0;fontStyle=0;fontSize=16;" parent="5Hoejhb2v4ojji3GJ6aL-5" vertex="1">
          <mxGeometry x="800" y="200" width="110" height="70" as="geometry" />
        </mxCell>
        <mxCell id="q5IPKXtHMBc3mqMKsgA0-5" value="&lt;div&gt;Stabilization 2024 Q1:&lt;/div&gt;&lt;div&gt;Improvements in handling of UI templates, removal of ng_level and the simplification of textX parsing step, pybtex* code removed, more requirements work in L1 and L2 &lt;/div&gt;" style="text;html=1;strokeColor=#82b366;fillColor=#d5e8d4;align=center;verticalAlign=middle;whiteSpace=wrap;rounded=0;fontStyle=0;fontSize=16;" parent="5Hoejhb2v4ojji3GJ6aL-5" vertex="1">
          <mxGeometry x="730" y="470" width="460" height="70" as="geometry" />
        </mxCell>
        <mxCell id="q5IPKXtHMBc3mqMKsgA0-6" value="Multi-document Excel export" style="text;html=1;strokeColor=#82b366;fillColor=#d5e8d4;align=center;verticalAlign=middle;whiteSpace=wrap;rounded=0;fontStyle=0;fontSize=16;" parent="5Hoejhb2v4ojji3GJ6aL-5" vertex="1">
          <mxGeometry x="840" y="110" width="100" height="70" as="geometry" />
        </mxCell>
        <mxCell id="q5IPKXtHMBc3mqMKsgA0-7" value="&lt;font color=&quot;#000000&quot;&gt;UI: Includable/composable documents&lt;/font&gt;&lt;font color=&quot;#000000&quot;&gt; (resolving asset paths, corner cases)&lt;br&gt;&lt;/font&gt;" style="text;html=1;strokeColor=#82b366;fillColor=#d5e8d4;align=center;verticalAlign=middle;whiteSpace=wrap;rounded=0;fontStyle=0;fontSize=16;" parent="5Hoejhb2v4ojji3GJ6aL-5" vertex="1">
          <mxGeometry x="1110" y="110" width="240" height="70" as="geometry" />
        </mxCell>
        <mxCell id="9dWRTfwKY_ZTF-qxbLCA-1" value="&lt;div&gt;Stabilization 2024 Q2:&lt;/div&gt;&lt;div&gt;Fix the outdated pickle cache issue, stronger typing in the codebase (mypy), HTML2PDF/Windows/UTF8&lt;/div&gt;" style="text;html=1;strokeColor=#82b366;fillColor=#d5e8d4;align=center;verticalAlign=middle;whiteSpace=wrap;rounded=0;fontStyle=0;fontSize=16;" parent="5Hoejhb2v4ojji3GJ6aL-5" vertex="1">
          <mxGeometry x="1210" y="470" width="460" height="70" as="geometry" />
        </mxCell>
        <mxCell id="5oKDhfBHpDyuIblvIitN-1" value="&lt;div&gt;ReqIF multiline fields/XHTML,&amp;nbsp;&lt;/div&gt;&lt;div&gt;new default ReqIF format profile&lt;br&gt;&lt;/div&gt;" style="text;html=1;strokeColor=#82b366;fillColor=#d5e8d4;align=center;verticalAlign=middle;whiteSpace=wrap;rounded=0;fontStyle=0;fontSize=16;" parent="5Hoejhb2v4ojji3GJ6aL-5" vertex="1">
          <mxGeometry x="1260" y="200" width="380" height="70" as="geometry" />
        </mxCell>
        <mxCell id="BHpWnK0uKLfCvxolmVS--2" value="Final removal of REFS in favour of RELATIONS" style="text;html=1;strokeColor=#82b366;fillColor=#d5e8d4;align=center;verticalAlign=middle;whiteSpace=wrap;rounded=0;fontStyle=0;fontSize=16;" parent="5Hoejhb2v4ojji3GJ6aL-5" vertex="1">
          <mxGeometry x="1350" y="290" width="100" height="70" as="geometry" />
        </mxCell>
        <mxCell id="BHpWnK0uKLfCvxolmVS--3" value="UI Form validation: SingleChoice and REQUIRED fields" style="text;html=1;strokeColor=#82b366;fillColor=#d5e8d4;align=center;verticalAlign=middle;whiteSpace=wrap;rounded=0;fontStyle=0;fontSize=16;" parent="5Hoejhb2v4ojji3GJ6aL-5" vertex="1">
          <mxGeometry x="1460" y="290" width="140" height="70" as="geometry" />
        </mxCell>
        <mxCell id="M5iQXvj3tZWS6f2_-kH6-1" value="&lt;font color=&quot;#000000&quot;&gt;HTML2PDF &lt;br&gt;all-in-one bundle &lt;br&gt;document&lt;/font&gt;&lt;br&gt;" style="text;html=1;strokeColor=#82b366;fillColor=#d5e8d4;align=center;verticalAlign=middle;whiteSpace=wrap;rounded=0;fontStyle=0;fontSize=16;" parent="5Hoejhb2v4ojji3GJ6aL-5" vertex="1">
          <mxGeometry x="1690" y="110" width="90" height="70" as="geometry" />
        </mxCell>
        <mxCell id="M5iQXvj3tZWS6f2_-kH6-2" value="&lt;div style=&quot;font-size: 15px;&quot;&gt;Stabilization 2024 Q3:&lt;/div&gt;&lt;div style=&quot;font-size: 15px;&quot;&gt;Auto-escaping of Jinja templates, improvements of UID handling, fixes for custom nodes editing/linking, new chromedriver headless mode, mypy fixes&lt;/div&gt;" style="text;html=1;strokeColor=#82b366;fillColor=#d5e8d4;align=center;verticalAlign=middle;whiteSpace=wrap;rounded=0;fontStyle=0;fontSize=15;" parent="5Hoejhb2v4ojji3GJ6aL-5" vertex="1">
          <mxGeometry x="1690" y="470" width="460" height="70" as="geometry" />
        </mxCell>
        <mxCell id="M5iQXvj3tZWS6f2_-kH6-5" value="&lt;div&gt;&lt;font color=&quot;#000000&quot;&gt;ReqIF&lt;/font&gt;&lt;/div&gt;&lt;div&gt;&lt;font color=&quot;#000000&quot;&gt;relations/roles&lt;/font&gt;&lt;br&gt;&lt;/div&gt;" style="text;html=1;strokeColor=#82b366;fillColor=#d5e8d4;align=center;verticalAlign=middle;whiteSpace=wrap;rounded=0;fontStyle=0;fontSize=16;" parent="5Hoejhb2v4ojji3GJ6aL-5" vertex="1">
          <mxGeometry x="1770" y="200" width="60" height="70" as="geometry" />
        </mxCell>
        <mxCell id="M5iQXvj3tZWS6f2_-kH6-6" value="&lt;font color=&quot;#000000&quot;&gt;Passthrough -&amp;gt; export command migration&lt;/font&gt;" style="text;html=1;strokeColor=#82b366;fillColor=#d5e8d4;align=center;verticalAlign=middle;whiteSpace=wrap;rounded=0;fontStyle=0;fontSize=16;" parent="5Hoejhb2v4ojji3GJ6aL-5" vertex="1">
          <mxGeometry x="1890" y="290" width="100" height="70" as="geometry" />
        </mxCell>
        <mxCell id="DVGK4SHqakHRgEz5WcLX-1" value="&lt;div style=&quot;font-size: 15px;&quot;&gt;Stabilization 2024 Q4:&lt;/div&gt;&lt;div style=&quot;font-size: 15px;&quot;&gt;Dropped Python 3.7 support, autoescaping-related fixes, configurable cache_dir option, fix fork() on macOS,&lt;br&gt;&lt;/div&gt;&lt;div style=&quot;font-size: 15px;&quot;&gt;deploy StrictDoc documentation to Read the Docs&lt;br&gt;&lt;/div&gt;" style="text;html=1;strokeColor=#82b366;fillColor=#d5e8d4;align=center;verticalAlign=middle;whiteSpace=wrap;rounded=0;fontStyle=0;fontSize=15;" parent="5Hoejhb2v4ojji3GJ6aL-5" vertex="1">
          <mxGeometry x="2170" y="470" width="460" height="70" as="geometry" />
        </mxCell>
        <mxCell id="DVGK4SHqakHRgEz5WcLX-2" value="Traceability to C/Python/* functions" style="text;html=1;align=center;verticalAlign=middle;whiteSpace=wrap;rounded=0;fontStyle=0;fontSize=16;fillColor=#d5e8d4;strokeColor=#82b366;" parent="5Hoejhb2v4ojji3GJ6aL-5" vertex="1">
          <mxGeometry x="2229" y="200" width="110" height="70" as="geometry" />
        </mxCell>
        <mxCell id="Q921SkYYr6UFh-46NOXI-1" value="Language-aware parsing of source files for traceability" style="text;html=1;align=center;verticalAlign=middle;whiteSpace=wrap;rounded=0;fontStyle=0;fontSize=16;fillColor=#d5e8d4;strokeColor=#82b366;" parent="5Hoejhb2v4ojji3GJ6aL-5" vertex="1">
          <mxGeometry x="2229" y="110" width="191" height="70" as="geometry" />
        </mxCell>
        <mxCell id="eXEqTkGTZLtlY54Fnls3-1" value="LINK to document" style="text;html=1;align=center;verticalAlign=middle;whiteSpace=wrap;rounded=0;fontStyle=0;fontSize=16;fillColor=#d5e8d4;strokeColor=#82b366;" parent="5Hoejhb2v4ojji3GJ6aL-5" vertex="1">
          <mxGeometry x="2340" y="290" width="70" height="70" as="geometry" />
        </mxCell>
        <mxCell id="eXEqTkGTZLtlY54Fnls3-2" value="Traceability to C++" style="text;html=1;align=center;verticalAlign=middle;whiteSpace=wrap;rounded=0;fontStyle=0;fontSize=16;fillColor=#d5e8d4;strokeColor=#82b366;" parent="5Hoejhb2v4ojji3GJ6aL-5" vertex="1">
          <mxGeometry x="2430" y="110" width="100" height="70" as="geometry" />
        </mxCell>
        <mxCell id="8H-WTupFZFOCgWsWCiur-1" value="&lt;div&gt;Doxygen TAGFILE&lt;/div&gt;&lt;div&gt;export&lt;br&gt;&lt;/div&gt;" style="text;html=1;align=center;verticalAlign=middle;whiteSpace=wrap;rounded=0;fontStyle=0;fontSize=16;fillColor=#d5e8d4;strokeColor=#82b366;" parent="5Hoejhb2v4ojji3GJ6aL-5" vertex="1">
          <mxGeometry x="2430" y="200" width="60" height="70" as="geometry" />
        </mxCell>
        <mxCell id="NXW3nEukRnEIemB_1rk6-1" value="Incremental generation of source files" style="text;html=1;align=center;verticalAlign=middle;whiteSpace=wrap;rounded=0;fontStyle=0;fontSize=16;fillColor=#d5e8d4;strokeColor=#82b366;" parent="5Hoejhb2v4ojji3GJ6aL-5" vertex="1">
          <mxGeometry x="2520" y="290" width="100" height="70" as="geometry" />
        </mxCell>
        <mxCell id="vFR2ddkQemEW3wiGzv8y-53" value="HTML2PDF - Pip package, stability improvements" style="text;html=1;strokeColor=#82b366;fillColor=#d5e8d4;align=center;verticalAlign=middle;whiteSpace=wrap;rounded=0;fontStyle=0;fontSize=16;" parent="5Hoejhb2v4ojji3GJ6aL-5" vertex="1">
          <mxGeometry x="-1180" y="900" width="220" height="70" as="geometry" />
        </mxCell>
        <mxCell id="vFR2ddkQemEW3wiGzv8y-54" value="Excel import - Support .xlsx" style="text;html=1;strokeColor=#82b366;fillColor=#d5e8d4;align=center;verticalAlign=middle;whiteSpace=wrap;rounded=0;fontStyle=0;fontSize=16;" parent="5Hoejhb2v4ojji3GJ6aL-5" vertex="1">
          <mxGeometry x="-1070" y="990" width="70" height="70" as="geometry" />
        </mxCell>
        <mxCell id="2FAFVsbkAT3x3odHAFQI-1" value="&lt;div&gt;Web UI:&amp;nbsp;&lt;/div&gt;&lt;div&gt;Relation UID autocompletion&lt;/div&gt;" style="text;html=1;strokeColor=#82b366;fillColor=#d5e8d4;align=center;verticalAlign=middle;whiteSpace=wrap;rounded=0;fontStyle=0;fontSize=16;" parent="5Hoejhb2v4ojji3GJ6aL-5" vertex="1">
          <mxGeometry x="-1040" y="1080" width="130" height="70" as="geometry" />
        </mxCell>
        <mxCell id="2FAFVsbkAT3x3odHAFQI-2" value="&lt;div&gt;Stabilization 2025 Q1:&lt;br&gt;&lt;/div&gt;&lt;div&gt;Better Search Screen query syntax reporting, running single e2e tests, --host CLI argument for &#39;server&#39; command&lt;/div&gt;" style="text;html=1;strokeColor=#82b366;fillColor=#d5e8d4;align=center;verticalAlign=middle;whiteSpace=wrap;rounded=0;fontStyle=0;fontSize=16;" parent="5Hoejhb2v4ojji3GJ6aL-5" vertex="1">
          <mxGeometry x="-1190" y="1440" width="460" height="70" as="geometry" />
        </mxCell>
        <mxCell id="jwnssjy23zgWTyzq0ZdY-1" value="Support roles for file relations and source code markers" style="text;html=1;strokeColor=#82b366;fillColor=#d5e8d4;align=center;verticalAlign=middle;whiteSpace=wrap;rounded=0;fontStyle=0;fontSize=16;" parent="5Hoejhb2v4ojji3GJ6aL-5" vertex="1">
          <mxGeometry x="-930" y="1170" width="230" height="70" as="geometry" />
        </mxCell>
        <mxCell id="jwnssjy23zgWTyzq0ZdY-2" value="Docker container with Chrome and HTML2PDF" style="text;html=1;strokeColor=#82b366;fillColor=#d5e8d4;align=center;verticalAlign=middle;whiteSpace=wrap;rounded=0;fontStyle=0;fontSize=16;" parent="5Hoejhb2v4ojji3GJ6aL-5" vertex="1">
          <mxGeometry x="-930" y="900" width="110" height="70" as="geometry" />
        </mxCell>
        <mxCell id="jwnssjy23zgWTyzq0ZdY-3" value="UI/UX rework of Source View screen" style="text;html=1;strokeColor=#82b366;fillColor=#d5e8d4;align=center;verticalAlign=middle;whiteSpace=wrap;rounded=0;fontStyle=0;fontSize=16;" parent="5Hoejhb2v4ojji3GJ6aL-5" vertex="1">
          <mxGeometry x="-860" y="1350" width="190" height="70" as="geometry" />
        </mxCell>
        <mxCell id="jwnssjy23zgWTyzq0ZdY-4" value="Document/node&lt;div&gt;validations&lt;div&gt;(static HTML)&lt;/div&gt;&lt;/div&gt;" style="text;html=1;align=center;verticalAlign=middle;whiteSpace=wrap;rounded=0;fontStyle=0;fontSize=16;fillColor=#d5e8d4;strokeColor=#82b366;" parent="5Hoejhb2v4ojji3GJ6aL-5" vertex="1">
          <mxGeometry x="340" y="900" width="110" height="70" as="geometry" />
        </mxCell>
        <mxCell id="jwnssjy23zgWTyzq0ZdY-6" value="JUnit XML -&amp;gt; SDoc test report generator" style="text;html=1;strokeColor=#82b366;fillColor=#d5e8d4;align=center;verticalAlign=middle;whiteSpace=wrap;rounded=0;fontStyle=0;fontSize=16;" parent="5Hoejhb2v4ojji3GJ6aL-5" vertex="1">
          <mxGeometry x="-850" y="1260" width="120" height="70" as="geometry" />
        </mxCell>
        <mxCell id="5O99w3PwopgMqQQ5KaQY-1" value="&lt;div&gt;Stabilization 2025 Q2:&lt;br&gt;&lt;/div&gt;&lt;div&gt;Further clean-up of SDoc-classes, e2e tests for static HTML, enable some Stimulus JS in static HTML, mypy fixes, html2pdf4doc migration, Windows multiprocessing fixes&lt;/div&gt;" style="text;html=1;strokeColor=#82b366;fillColor=#d5e8d4;align=center;verticalAlign=middle;whiteSpace=wrap;rounded=0;fontStyle=0;fontSize=16;" parent="5Hoejhb2v4ojji3GJ6aL-5" vertex="1">
          <mxGeometry x="-710" y="1440" width="460" height="70" as="geometry" />
        </mxCell>
        <mxCell id="5O99w3PwopgMqQQ5KaQY-2" value="Gcov coverage justification report generator (MVP)" style="text;html=1;strokeColor=#82b366;fillColor=#d5e8d4;align=center;verticalAlign=middle;whiteSpace=wrap;rounded=0;fontStyle=0;fontSize=16;" parent="5Hoejhb2v4ojji3GJ6aL-5" vertex="1">
          <mxGeometry x="-680" y="1170" width="120" height="70" as="geometry" />
        </mxCell>
        <mxCell id="mmp19IjbKsf9JtkNIgzo-1" value="UI: Ground work for node validations" style="text;html=1;strokeColor=#82b366;fillColor=#d5e8d4;align=center;verticalAlign=middle;whiteSpace=wrap;rounded=0;fontStyle=0;fontSize=16;" parent="5Hoejhb2v4ojji3GJ6aL-5" vertex="1">
          <mxGeometry x="-670" y="900" width="100" height="70" as="geometry" />
        </mxCell>
        <mxCell id="mmp19IjbKsf9JtkNIgzo-2" value="Stable URL links to document nodes" style="text;html=1;strokeColor=#82b366;fillColor=#d5e8d4;align=center;verticalAlign=middle;whiteSpace=wrap;rounded=0;fontStyle=0;fontSize=16;" parent="5Hoejhb2v4ojji3GJ6aL-5" vertex="1">
          <mxGeometry x="-810" y="990" width="200" height="70" as="geometry" />
        </mxCell>
        <mxCell id="mmp19IjbKsf9JtkNIgzo-4" value="&lt;div&gt;StrictDoc qualification:&lt;/div&gt;&lt;div&gt;documentation and generator script.&amp;nbsp;&lt;/div&gt;&lt;div&gt;Increasing code coverage from 92% to 95%.&lt;/div&gt;" style="text;html=1;strokeColor=#82b366;fillColor=#d5e8d4;align=center;verticalAlign=middle;whiteSpace=wrap;rounded=0;fontStyle=0;fontSize=16;" parent="5Hoejhb2v4ojji3GJ6aL-5" vertex="1">
          <mxGeometry x="-640" y="1350" width="390" height="70" as="geometry" />
        </mxCell>
        <mxCell id="9eajPwNtl0Yfan4dj0gk-2" value="&lt;div&gt;Parse C/C++ test descriptions to SDoc&lt;/div&gt;" style="text;html=1;align=center;verticalAlign=middle;whiteSpace=wrap;rounded=0;fontStyle=0;fontSize=16;fillColor=#d5e8d4;strokeColor=#82b366;" parent="5Hoejhb2v4ojji3GJ6aL-5" vertex="1">
          <mxGeometry x="-450" y="900" width="200" height="70" as="geometry" />
        </mxCell>
        <mxCell id="9eajPwNtl0Yfan4dj0gk-3" value="Migration: [SECTION] -&amp;gt; [[SECTION]]" style="text;html=1;align=center;verticalAlign=middle;whiteSpace=wrap;rounded=0;fontStyle=0;fontSize=16;fillColor=#d5e8d4;strokeColor=#82b366;" parent="5Hoejhb2v4ojji3GJ6aL-5" vertex="1">
          <mxGeometry x="-590" y="990" width="240" height="70" as="geometry" />
        </mxCell>
        <mxCell id="9eajPwNtl0Yfan4dj0gk-4" value="Robot XML -&amp;gt; SDoc test report generator" style="text;html=1;align=center;verticalAlign=middle;whiteSpace=wrap;rounded=0;fontStyle=0;fontSize=16;fillColor=#d5e8d4;strokeColor=#82b366;" parent="5Hoejhb2v4ojji3GJ6aL-5" vertex="1">
          <mxGeometry x="-600" y="1260" width="170" height="70" as="geometry" />
        </mxCell>
        <mxCell id="9eajPwNtl0Yfan4dj0gk-6" value="UI: SingleChoice autocompletion" style="text;html=1;align=center;verticalAlign=middle;whiteSpace=wrap;rounded=0;fontStyle=0;fontSize=16;fillColor=#d5e8d4;strokeColor=#82b366;" parent="5Hoejhb2v4ojji3GJ6aL-5" vertex="1">
          <mxGeometry x="-690" y="1080" width="110" height="70" as="geometry" />
        </mxCell>
        <mxCell id="9eajPwNtl0Yfan4dj0gk-7" value="UI: MultipleChoice and Tag autocompletion" style="text;html=1;align=center;verticalAlign=middle;whiteSpace=wrap;rounded=0;fontStyle=0;fontSize=16;fillColor=#d5e8d4;strokeColor=#82b366;" parent="5Hoejhb2v4ojji3GJ6aL-5" vertex="1">
          <mxGeometry x="-560" y="1080" width="130" height="70" as="geometry" />
        </mxCell>
        <mxCell id="XZVLoPHtazhiIntYqJm0-1" value="&lt;div&gt;StrictDoc qualification:&lt;/div&gt;&lt;div&gt;Increasing branch code coverage from 95%, add traces between L2 and source code&lt;/div&gt;" style="text;html=1;strokeColor=#82b366;fillColor=#d5e8d4;align=center;verticalAlign=middle;whiteSpace=wrap;rounded=0;fontStyle=0;fontSize=16;" parent="5Hoejhb2v4ojji3GJ6aL-5" vertex="1">
          <mxGeometry x="-230" y="1350" width="460" height="70" as="geometry" />
        </mxCell>
        <mxCell id="XZVLoPHtazhiIntYqJm0-2" value="&lt;div&gt;Stabilization 2025 Q3: improvements in parallelization,&lt;/div&gt;&lt;div&gt;Mypy fixes, more robust testing of HTTP 200/304, improved exception handling (removing all sys.exit(1)), --debug option&lt;/div&gt;" style="text;html=1;strokeColor=#82b366;fillColor=#d5e8d4;align=center;verticalAlign=middle;whiteSpace=wrap;rounded=0;fontStyle=0;fontSize=16;" parent="5Hoejhb2v4ojji3GJ6aL-5" vertex="1">
          <mxGeometry x="-230" y="1440" width="460" height="70" as="geometry" />
        </mxCell>
        <mxCell id="DQXxV1SDU7K0vNSEASJG-1" value="Make ReqIF export XSD-compliant" style="text;html=1;align=center;verticalAlign=middle;whiteSpace=wrap;rounded=0;fontStyle=0;fontSize=16;fillColor=#d5e8d4;strokeColor=#82b366;" parent="5Hoejhb2v4ojji3GJ6aL-5" vertex="1">
          <mxGeometry x="-190" y="900" width="90" height="70" as="geometry" />
        </mxCell>
        <mxCell id="DQXxV1SDU7K0vNSEASJG-2" value="Initial OSLC interface" style="text;html=1;align=center;verticalAlign=middle;whiteSpace=wrap;rounded=0;fontStyle=0;fontSize=16;fillColor=#d5e8d4;strokeColor=#82b366;" parent="5Hoejhb2v4ojji3GJ6aL-5" vertex="1">
          <mxGeometry x="-200" y="1080" width="60" height="70" as="geometry" />
        </mxCell>
        <mxCell id="DQXxV1SDU7K0vNSEASJG-3" value="Sphinx-style math syntax" style="text;html=1;align=center;verticalAlign=middle;whiteSpace=wrap;rounded=0;fontStyle=0;fontSize=16;fillColor=#d5e8d4;strokeColor=#82b366;" parent="5Hoejhb2v4ojji3GJ6aL-5" vertex="1">
          <mxGeometry x="-210" y="1170" width="60" height="70" as="geometry" />
        </mxCell>
        <mxCell id="wGlYDuHkOPJJRXAxA-xv-1" value="Custom project statistics" style="text;html=1;align=center;verticalAlign=middle;whiteSpace=wrap;rounded=0;fontStyle=0;fontSize=16;fillColor=#d5e8d4;strokeColor=#82b366;" parent="5Hoejhb2v4ojji3GJ6aL-5" vertex="1">
          <mxGeometry x="-140" y="990" width="60" height="70" as="geometry" />
        </mxCell>
        <mxCell id="bVY8XDDc22kfF-ngX7oV-1" value="Static HTML search" style="text;html=1;align=center;verticalAlign=middle;whiteSpace=wrap;rounded=0;fontStyle=0;fontSize=16;fillColor=#d5e8d4;strokeColor=#82b366;" parent="5Hoejhb2v4ojji3GJ6aL-5" vertex="1">
          <mxGeometry x="-30" y="900" width="110" height="70" as="geometry" />
        </mxCell>
        <mxCell id="bVY8XDDc22kfF-ngX7oV-2" value="Testing StrictDoc with large trees (100+ docs)" style="text;html=1;align=center;verticalAlign=middle;whiteSpace=wrap;rounded=0;fontStyle=0;fontSize=16;fillColor=#d5e8d4;strokeColor=#82b366;" parent="5Hoejhb2v4ojji3GJ6aL-5" vertex="1">
          <mxGeometry x="-60" y="990" width="290" height="70" as="geometry" />
        </mxCell>
        <mxCell id="bVY8XDDc22kfF-ngX7oV-3" value="&lt;div&gt;Import ECSS EARM&lt;/div&gt;&lt;div&gt;(space standards&lt;/div&gt;" style="text;html=1;align=center;verticalAlign=middle;whiteSpace=wrap;rounded=0;fontStyle=0;fontSize=16;fillColor=#d5e8d4;strokeColor=#82b366;" parent="5Hoejhb2v4ojji3GJ6aL-5" vertex="1">
          <mxGeometry x="-89" y="1080" width="99" height="70" as="geometry" />
        </mxCell>
        <mxCell id="qf8SZqOVw3G4KriSUUQf-1" value="HTML2PDF strict mode" style="text;html=1;align=center;verticalAlign=middle;whiteSpace=wrap;rounded=0;fontStyle=0;fontSize=16;fillColor=#d5e8d4;strokeColor=#82b366;" parent="5Hoejhb2v4ojji3GJ6aL-5" vertex="1">
          <mxGeometry x="39" y="1170" width="80" height="70" as="geometry" />
        </mxCell>
        <mxCell id="hAngQm-B19KVU63WBlpS-1" value="Tree map visualization" style="text;html=1;align=center;verticalAlign=middle;whiteSpace=wrap;rounded=0;fontStyle=0;fontSize=16;fillColor=#d5e8d4;strokeColor=#82b366;" parent="5Hoejhb2v4ojji3GJ6aL-5" vertex="1">
          <mxGeometry x="140" y="900" width="100" height="70" as="geometry" />
        </mxCell>
        <mxCell id="hAngQm-B19KVU63WBlpS-2" value="&lt;div&gt;Support parsing Ada source code&lt;/div&gt;(tree-sitter-ada)" style="text;html=1;align=center;verticalAlign=middle;whiteSpace=wrap;rounded=0;fontStyle=0;fontSize=16;fillColor=#d5e8d4;strokeColor=#82b366;" parent="5Hoejhb2v4ojji3GJ6aL-5" vertex="1">
          <mxGeometry x="-180" y="1260" width="130" height="70" as="geometry" />
        </mxCell>
        <mxCell id="CJRkyjP5KVGCwtUBZvE2-1" value="HTML2PDF more layout tests" style="text;html=1;align=center;verticalAlign=middle;whiteSpace=wrap;rounded=0;fontStyle=0;fontSize=16;fillColor=#d5e8d4;strokeColor=#82b366;" parent="5Hoejhb2v4ojji3GJ6aL-5" vertex="1">
          <mxGeometry x="129" y="1170" width="401" height="70" as="geometry" />
        </mxCell>
        <mxCell id="CJRkyjP5KVGCwtUBZvE2-2" value="&lt;div&gt;StrictDoc qualification:&lt;/div&gt;&lt;div&gt;Increasing branch code coverage from 97%,&lt;/div&gt;&lt;div&gt;add traces between L2 and source code&lt;/div&gt;" style="text;html=1;strokeColor=#82b366;fillColor=#d5e8d4;align=center;verticalAlign=middle;whiteSpace=wrap;rounded=0;fontStyle=0;fontSize=16;" parent="5Hoejhb2v4ojji3GJ6aL-5" vertex="1">
          <mxGeometry x="250" y="1350" width="460" height="70" as="geometry" />
        </mxCell>
        <mxCell id="CJRkyjP5KVGCwtUBZvE2-3" value="&lt;div&gt;Stabilization 2025 Q4: HTML2PDF fixes for bundle documents, download PDF with document file name, linting of Conventional Commits, major CLI refactoring into Command pattern, basic direnv&lt;/div&gt;" style="text;html=1;strokeColor=#82b366;fillColor=#d5e8d4;align=center;verticalAlign=middle;whiteSpace=wrap;rounded=0;fontStyle=0;fontSize=16;" parent="5Hoejhb2v4ojji3GJ6aL-5" vertex="1">
          <mxGeometry x="250" y="1440" width="460" height="70" as="geometry" />
        </mxCell>
        <mxCell id="eRPcp-Zo6v9222eVP6_e-1" value="&lt;div&gt;StrictDoc configuration with a Python file (strictdoc_config.py&lt;/div&gt;" style="text;html=1;align=center;verticalAlign=middle;whiteSpace=wrap;rounded=0;fontStyle=0;fontSize=16;fillColor=#d5e8d4;strokeColor=#82b366;" parent="5Hoejhb2v4ojji3GJ6aL-5" vertex="1">
          <mxGeometry x="180" y="1080" width="140" height="70" as="geometry" />
        </mxCell>
        <mxCell id="eRPcp-Zo6v9222eVP6_e-2" value="&lt;div&gt;Reading SDoc nodes from source files — Further work driven by Linux Kernel Requirements Template proposal&lt;/div&gt;" style="text;html=1;align=center;verticalAlign=middle;whiteSpace=wrap;rounded=0;fontStyle=0;fontSize=16;fillColor=#d5e8d4;strokeColor=#82b366;" parent="5Hoejhb2v4ojji3GJ6aL-5" vertex="1">
          <mxGeometry x="240" y="1260" width="300" height="70" as="geometry" />
        </mxCell>
        <mxCell id="2Au77a0Va1j8vjX5-GUo-1" value="Diff: Included documents" style="text;html=1;align=center;verticalAlign=middle;whiteSpace=wrap;rounded=0;fontStyle=0;fontSize=16;fillColor=#d5e8d4;strokeColor=#82b366;" parent="5Hoejhb2v4ojji3GJ6aL-5" vertex="1">
          <mxGeometry x="310" y="990" width="70" height="70" as="geometry" />
        </mxCell>
        <mxCell id="OCJ0sT8p7vvNHOtbERSk-1" value="Linking nodes via MID instead of UID" style="text;html=1;align=center;verticalAlign=middle;whiteSpace=wrap;rounded=0;fontStyle=0;fontSize=16;fillColor=#d5e8d4;strokeColor=#82b366;" parent="5Hoejhb2v4ojji3GJ6aL-5" vertex="1">
          <mxGeometry x="470" y="900" width="90" height="70" as="geometry" />
        </mxCell>
        <mxCell id="N9cUJzr8JpDOqpJWMLWi-1" value="&lt;div&gt;&lt;font style=&quot;color: rgb(0, 0, 0);&quot;&gt;Support parsing Rust source code&lt;/font&gt;&lt;/div&gt;&lt;font style=&quot;color: rgb(0, 0, 0);&quot;&gt;(StrictDoc parser)&lt;/font&gt;" style="text;html=1;align=center;verticalAlign=middle;whiteSpace=wrap;rounded=0;fontStyle=0;fontSize=16;fillColor=#d5e8d4;strokeColor=#82b366;" parent="5Hoejhb2v4ojji3GJ6aL-5" vertex="1">
          <mxGeometry x="500" y="990" width="470" height="70" as="geometry" />
        </mxCell>
        <mxCell id="N9cUJzr8JpDOqpJWMLWi-2" value="&lt;div&gt;HTML2PDF linear&amp;nbsp;&lt;/div&gt;&lt;div&gt;mutation test&lt;/div&gt;" style="text;html=1;align=center;verticalAlign=middle;whiteSpace=wrap;rounded=0;fontStyle=0;fontSize=16;fillColor=#d5e8d4;strokeColor=#82b366;" parent="5Hoejhb2v4ojji3GJ6aL-5" vertex="1">
          <mxGeometry x="540" y="1170" width="140" height="70" as="geometry" />
        </mxCell>
        <mxCell id="qJYqoqn38ZtzMwR7RZV4-1" value="RST&amp;nbsp;&lt;div&gt;code block syntax highlighting&lt;/div&gt;" style="text;html=1;align=center;verticalAlign=middle;whiteSpace=wrap;rounded=0;fontStyle=0;fontSize=16;fillColor=#d5e8d4;strokeColor=#82b366;" parent="5Hoejhb2v4ojji3GJ6aL-5" vertex="1">
          <mxGeometry x="610" y="900" width="80" height="70" as="geometry" />
        </mxCell>
        <mxCell id="UIBK7DAsS_p9NtYpbiHR-1" value="&lt;div&gt;Node forced page breaks&lt;/div&gt;" style="text;html=1;align=center;verticalAlign=middle;whiteSpace=wrap;rounded=0;fontStyle=0;fontSize=16;fillColor=#d5e8d4;strokeColor=#82b366;" parent="5Hoejhb2v4ojji3GJ6aL-5" vertex="1">
          <mxGeometry x="690" y="1170" width="70" height="70" as="geometry" />
        </mxCell>
        <mxCell id="UIBK7DAsS_p9NtYpbiHR-2" value="Grammar aliases" style="text;html=1;align=center;verticalAlign=middle;whiteSpace=wrap;rounded=0;fontStyle=0;fontSize=16;fillColor=#d5e8d4;strokeColor=#82b366;" parent="5Hoejhb2v4ojji3GJ6aL-5" vertex="1">
          <mxGeometry x="630" y="1080" width="60" height="70" as="geometry" />
        </mxCell>
        <mxCell id="UIBK7DAsS_p9NtYpbiHR-3" value="Take into account .gitignore" style="text;html=1;align=center;verticalAlign=middle;whiteSpace=wrap;rounded=0;fontStyle=0;fontSize=16;fillColor=#d5e8d4;strokeColor=#82b366;" parent="5Hoejhb2v4ojji3GJ6aL-5" vertex="1">
          <mxGeometry x="700" y="1080" width="60" height="70" as="geometry" />
        </mxCell>
        <mxCell id="UIBK7DAsS_p9NtYpbiHR-4" value="&lt;div&gt;Stabilization 2026 Q1: Python 3.14 changes, drop Python 3.9, testing out various html2pdf4doc corner cases&lt;/div&gt;" style="text;html=1;strokeColor=#82b366;fillColor=#d5e8d4;align=center;verticalAlign=middle;whiteSpace=wrap;rounded=0;fontStyle=0;fontSize=16;" parent="5Hoejhb2v4ojji3GJ6aL-5" vertex="1">
          <mxGeometry x="730" y="1440" width="460" height="70" as="geometry" />
        </mxCell>
        <mxCell id="UIBK7DAsS_p9NtYpbiHR-5" value="&lt;div&gt;Python API example&lt;/div&gt;" style="text;html=1;align=center;verticalAlign=middle;whiteSpace=wrap;rounded=0;fontStyle=0;fontSize=16;fillColor=#d5e8d4;strokeColor=#82b366;" parent="5Hoejhb2v4ojji3GJ6aL-5" vertex="1">
          <mxGeometry x="730" y="1260" width="60" height="70" as="geometry" />
        </mxCell>
        <mxCell id="QXMQ5QSOgz17hu6IqZ7S-1" value="&lt;div&gt;Project Config&lt;/div&gt;&lt;div&gt;re-design&lt;/div&gt;" style="text;html=1;align=center;verticalAlign=middle;whiteSpace=wrap;rounded=0;fontStyle=0;fontSize=16;fillColor=#d5e8d4;strokeColor=#82b366;" parent="5Hoejhb2v4ojji3GJ6aL-5" vertex="1">
          <mxGeometry x="790" y="1260" width="60" height="70" as="geometry" />
        </mxCell>
        <mxCell id="RSrML0RW6xnv4YvW7EgN-1" value="&lt;div&gt;Make FastAPI routes ready for concurrent use by multiple users&lt;/div&gt;" style="text;html=1;align=center;verticalAlign=middle;whiteSpace=wrap;rounded=0;fontStyle=0;fontSize=16;fillColor=#d5e8d4;strokeColor=#82b366;" parent="5Hoejhb2v4ojji3GJ6aL-5" vertex="1">
          <mxGeometry x="830" y="900" width="360" height="70" as="geometry" />
        </mxCell>
        <mxCell id="i9ebHU4jXC01XqZ85zlA-1" value="&lt;div&gt;Initial Markdown support&lt;/div&gt;" style="text;html=1;align=center;verticalAlign=middle;whiteSpace=wrap;rounded=0;fontStyle=0;fontSize=16;fillColor=#d5e8d4;strokeColor=#82b366;" parent="5Hoejhb2v4ojji3GJ6aL-5" vertex="1">
          <mxGeometry x="1010" y="1080" width="120" height="70" as="geometry" />
        </mxCell>
        <mxCell id="9iJkdfeWUvHY5kI_EfWC-1" value="&lt;div&gt;Static HTML search on server&lt;/div&gt;" style="text;html=1;align=center;verticalAlign=middle;whiteSpace=wrap;rounded=0;fontStyle=0;fontSize=16;fillColor=#d5e8d4;strokeColor=#82b366;" parent="5Hoejhb2v4ojji3GJ6aL-5" vertex="1">
          <mxGeometry x="920" y="1170" width="210" height="70" as="geometry" />
        </mxCell>
        <mxCell id="3zg7_a4Cr1-tkNY---Zh-1" value="&lt;div&gt;HTML2PDF cross-document links&lt;/div&gt;" style="text;html=1;align=center;verticalAlign=middle;whiteSpace=wrap;rounded=0;fontStyle=0;fontSize=16;fillColor=#d5e8d4;strokeColor=#82b366;" parent="5Hoejhb2v4ojji3GJ6aL-5" vertex="1">
          <mxGeometry x="1070" y="990" width="80" height="70" as="geometry" />
        </mxCell>
        <mxCell id="3zg7_a4Cr1-tkNY---Zh-2" value="&lt;div&gt;Markdown — Relations syntax improvements&lt;/div&gt;" style="text;html=1;align=center;verticalAlign=middle;whiteSpace=wrap;rounded=0;fontStyle=0;fontSize=16;fillColor=#d5e8d4;strokeColor=#82b366;" parent="5Hoejhb2v4ojji3GJ6aL-5" vertex="1">
          <mxGeometry x="1210" y="1080" width="330" height="70" as="geometry" />
        </mxCell>
-         <mxCell id="NG1bawOdFmVwRv8Im0xz-1" value="&lt;div&gt;Stabilization 2026 Q2&lt;/div&gt;&lt;div&gt;&lt;br&gt;&lt;/div&gt;&lt;div&gt;Remove language aware parsers feature option (now default), features/ migration&lt;/div&gt;" style="text;html=1;strokeColor=#d6b656;fillColor=#fff2cc;align=center;verticalAlign=middle;whiteSpace=wrap;rounded=0;fontStyle=0;fontSize=16;" parent="5Hoejhb2v4ojji3GJ6aL-5" vertex="1">
+         <mxCell id="NG1bawOdFmVwRv8Im0xz-1" value="&lt;div&gt;Stabilization 2026 Q2&lt;/div&gt;&lt;div&gt;&lt;br&gt;&lt;/div&gt;&lt;div&gt;Remove language aware parsers feature option (now default), features/ migration, remove RAPIDOC feature&lt;/div&gt;" style="text;html=1;strokeColor=#d6b656;fillColor=#fff2cc;align=center;verticalAlign=middle;whiteSpace=wrap;rounded=0;fontStyle=0;fontSize=16;" parent="5Hoejhb2v4ojji3GJ6aL-5" vertex="1">
          <mxGeometry x="1210" y="1440" width="460" height="70" as="geometry" />
        </mxCell>
        <mxCell id="NG1bawOdFmVwRv8Im0xz-2" value="&lt;div&gt;Drag-and-drop image upload&lt;/div&gt;" style="text;html=1;align=center;verticalAlign=middle;whiteSpace=wrap;rounded=0;fontStyle=0;fontSize=16;fillColor=#fff2cc;strokeColor=#d6b656;" parent="5Hoejhb2v4ojji3GJ6aL-5" vertex="1">
          <mxGeometry x="1130" y="1260" width="540" height="70" as="geometry" />
        </mxCell>
        <mxCell id="RImopIBfapGW27McXgfb-1" value="&lt;div&gt;Single- vs multiline field issues&lt;/div&gt;" style="text;html=1;align=center;verticalAlign=middle;whiteSpace=wrap;rounded=0;fontStyle=0;fontSize=16;fillColor=#d5e8d4;strokeColor=#82b366;" parent="5Hoejhb2v4ojji3GJ6aL-5" vertex="1">
          <mxGeometry x="1360" y="990" width="80" height="70" as="geometry" />
        </mxCell>
        <mxCell id="RImopIBfapGW27McXgfb-2" value="&lt;div&gt;Tree Map screen improvements&lt;/div&gt;" style="text;html=1;align=center;verticalAlign=middle;whiteSpace=wrap;rounded=0;fontStyle=0;fontSize=16;fillColor=#d5e8d4;strokeColor=#82b366;" parent="5Hoejhb2v4ojji3GJ6aL-5" vertex="1">
          <mxGeometry x="1280" y="900" width="80" height="70" as="geometry" />
        </mxCell>
        <mxCell id="RImopIBfapGW27McXgfb-3" value="&lt;div&gt;WHAT-WHY-HOW tutorial&lt;/div&gt;" style="text;html=1;align=center;verticalAlign=middle;whiteSpace=wrap;rounded=0;fontStyle=0;fontSize=16;fillColor=#d5e8d4;strokeColor=#82b366;" parent="5Hoejhb2v4ojji3GJ6aL-5" vertex="1">
          <mxGeometry x="960" y="1350" width="400" height="70" as="geometry" />
        </mxCell>
        <mxCell id="RImopIBfapGW27McXgfb-4" value="&lt;div&gt;C reader: recognize selected C macros&lt;/div&gt;" style="text;html=1;align=center;verticalAlign=middle;whiteSpace=wrap;rounded=0;fontStyle=0;fontSize=16;fillColor=#d5e8d4;strokeColor=#82b366;" parent="5Hoejhb2v4ojji3GJ6aL-5" vertex="1">
          <mxGeometry x="1370" y="900" width="80" height="70" as="geometry" />
        </mxCell>
        <mxCell id="S7qylqRdD8e5_p44ZXv2-1" value="&lt;div&gt;Table screen: Content filters and content editing&lt;/div&gt;" style="text;html=1;align=center;verticalAlign=middle;whiteSpace=wrap;rounded=0;fontStyle=0;fontSize=16;fillColor=#fff2cc;strokeColor=#d6b656;" parent="5Hoejhb2v4ojji3GJ6aL-5" vertex="1">
          <mxGeometry x="1460" y="900" width="230" height="70" as="geometry" />
        </mxCell>
        <mxCell id="m9XbbClwqRoo2d-S99YS-1" value="&lt;div&gt;Editable web: Readonly content for autogen fields&lt;/div&gt;" style="text;html=1;align=center;verticalAlign=middle;whiteSpace=wrap;rounded=0;fontStyle=0;fontSize=16;fillColor=#fff2cc;strokeColor=#d6b656;" parent="5Hoejhb2v4ojji3GJ6aL-5" vertex="1">
          <mxGeometry x="1510" y="990" width="160" height="70" as="geometry" />
        </mxCell>
        <mxCell id="m9XbbClwqRoo2d-S99YS-2" value="&lt;div&gt;TK-based launcher GUI&lt;/div&gt;" style="text;html=1;align=center;verticalAlign=middle;whiteSpace=wrap;rounded=0;fontStyle=0;fontSize=16;fillColor=#d5e8d4;strokeColor=#82b366;" parent="5Hoejhb2v4ojji3GJ6aL-5" vertex="1">
          <mxGeometry x="1220" y="1170" width="280" height="70" as="geometry" />
+         </mxCell>
+         <mxCell id="5BSNgzyTaPeLpsCE4vZA-1" value="Rust&#39;s cargo-nextest JUnit XML" style="text;html=1;align=center;verticalAlign=middle;whiteSpace=wrap;rounded=0;fontStyle=0;fontSize=16;fillColor=#d5e8d4;strokeColor=#82b366;" vertex="1" parent="5Hoejhb2v4ojji3GJ6aL-5">
+           <mxGeometry x="1520" y="1170" width="80" height="70" as="geometry" />
        </mxCell>
      </root>
    </mxGraphModel>
  </diagram>
</mxfile>
